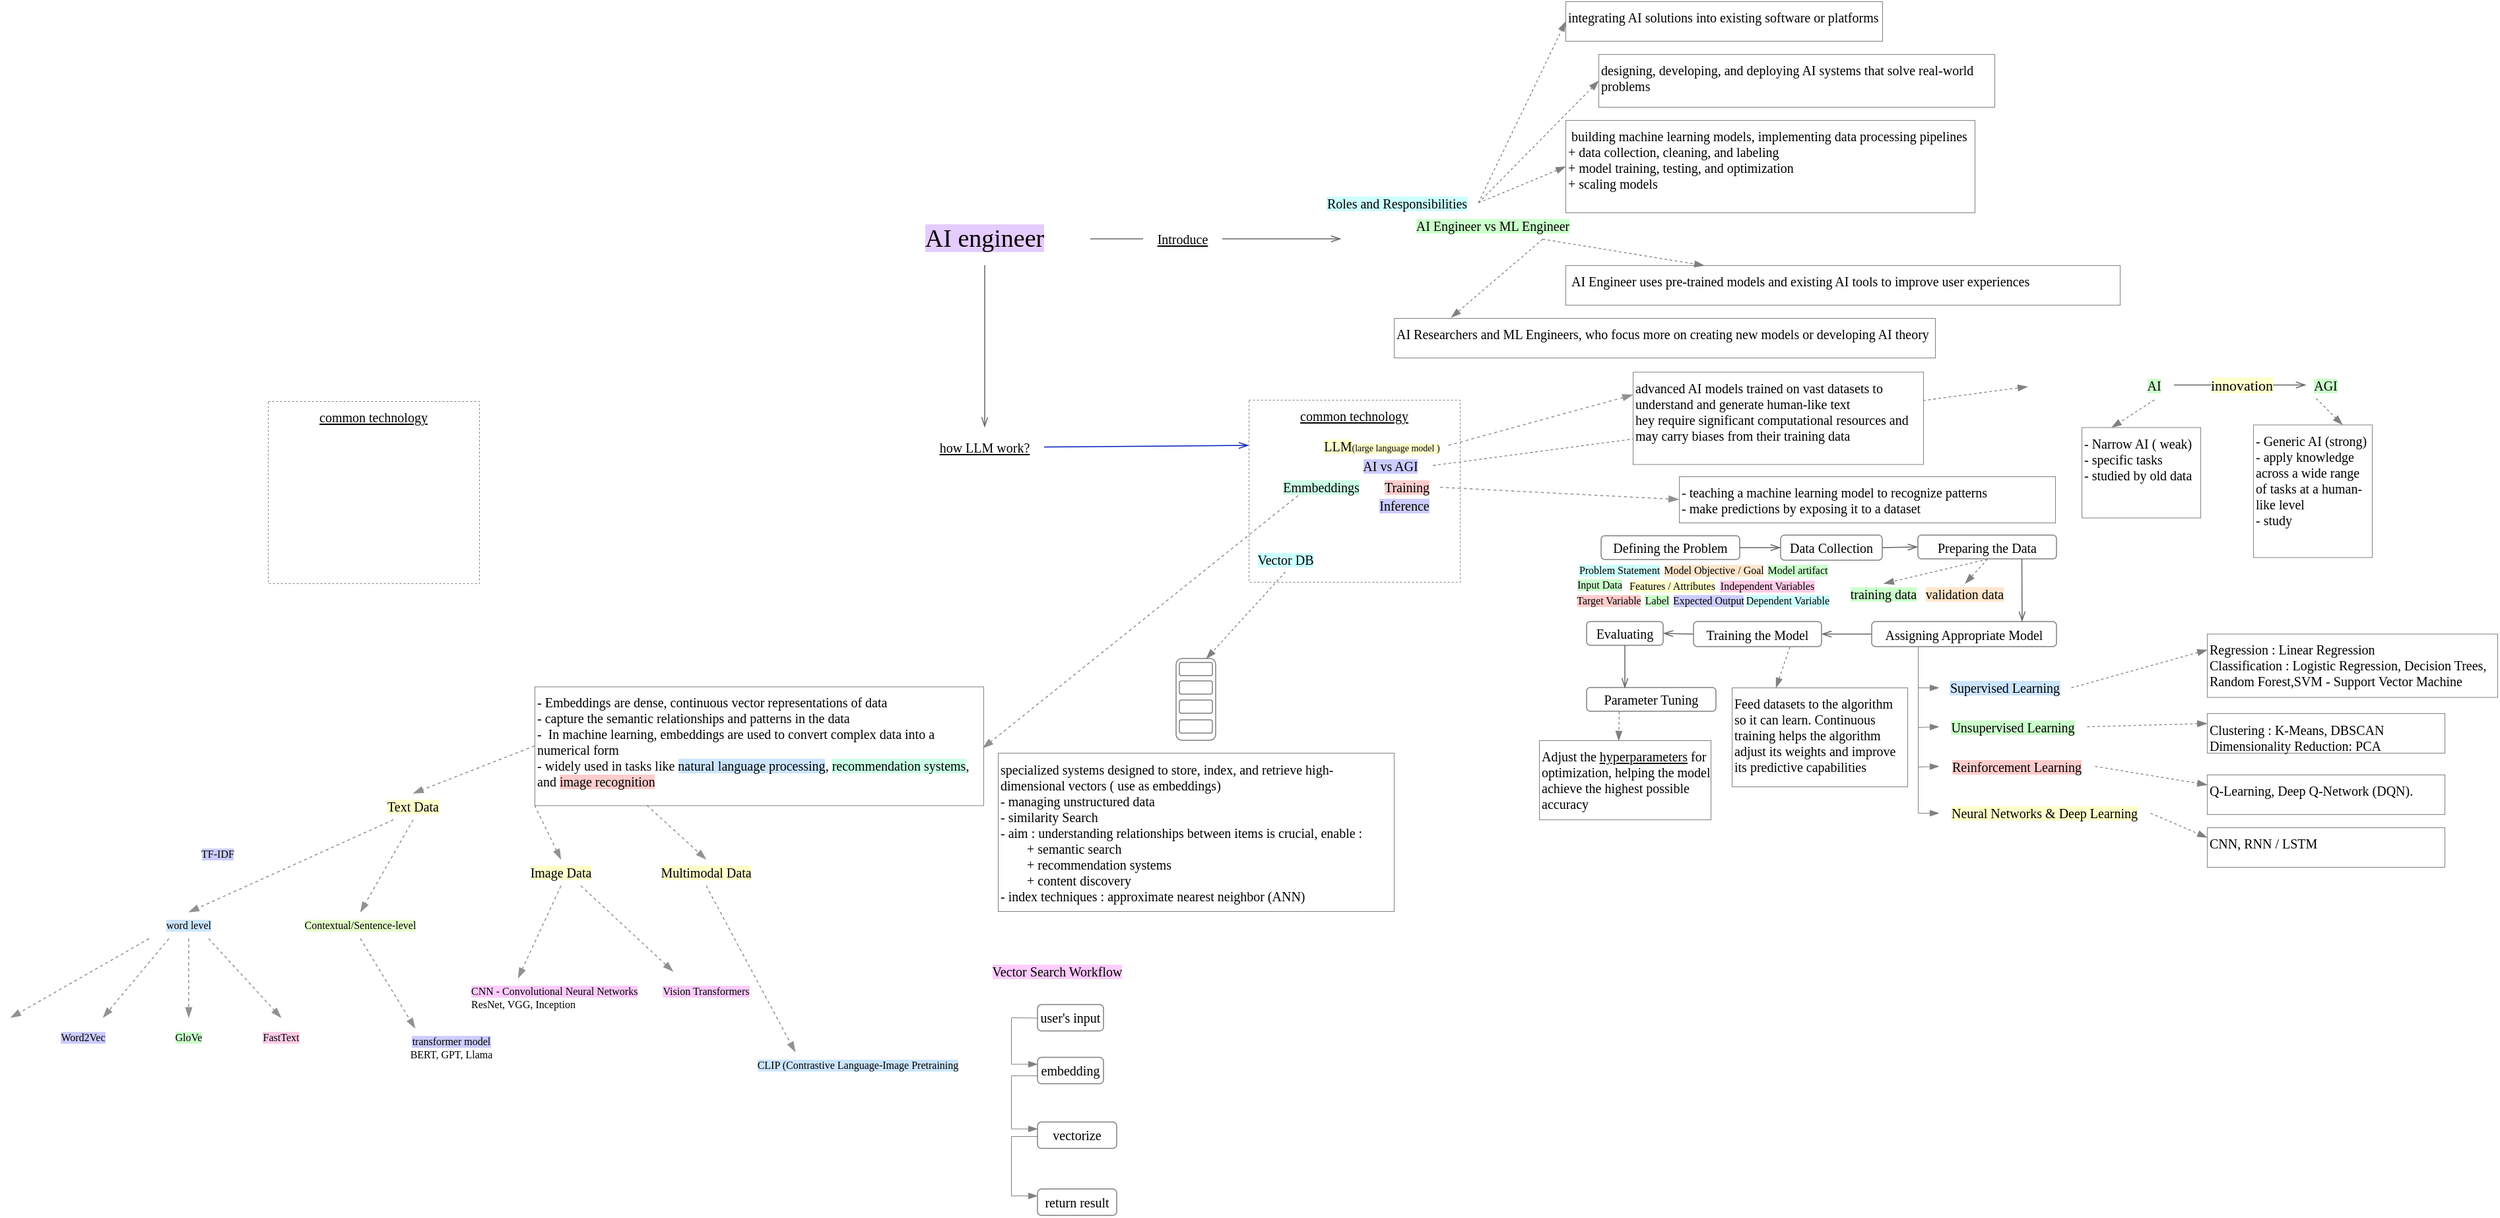
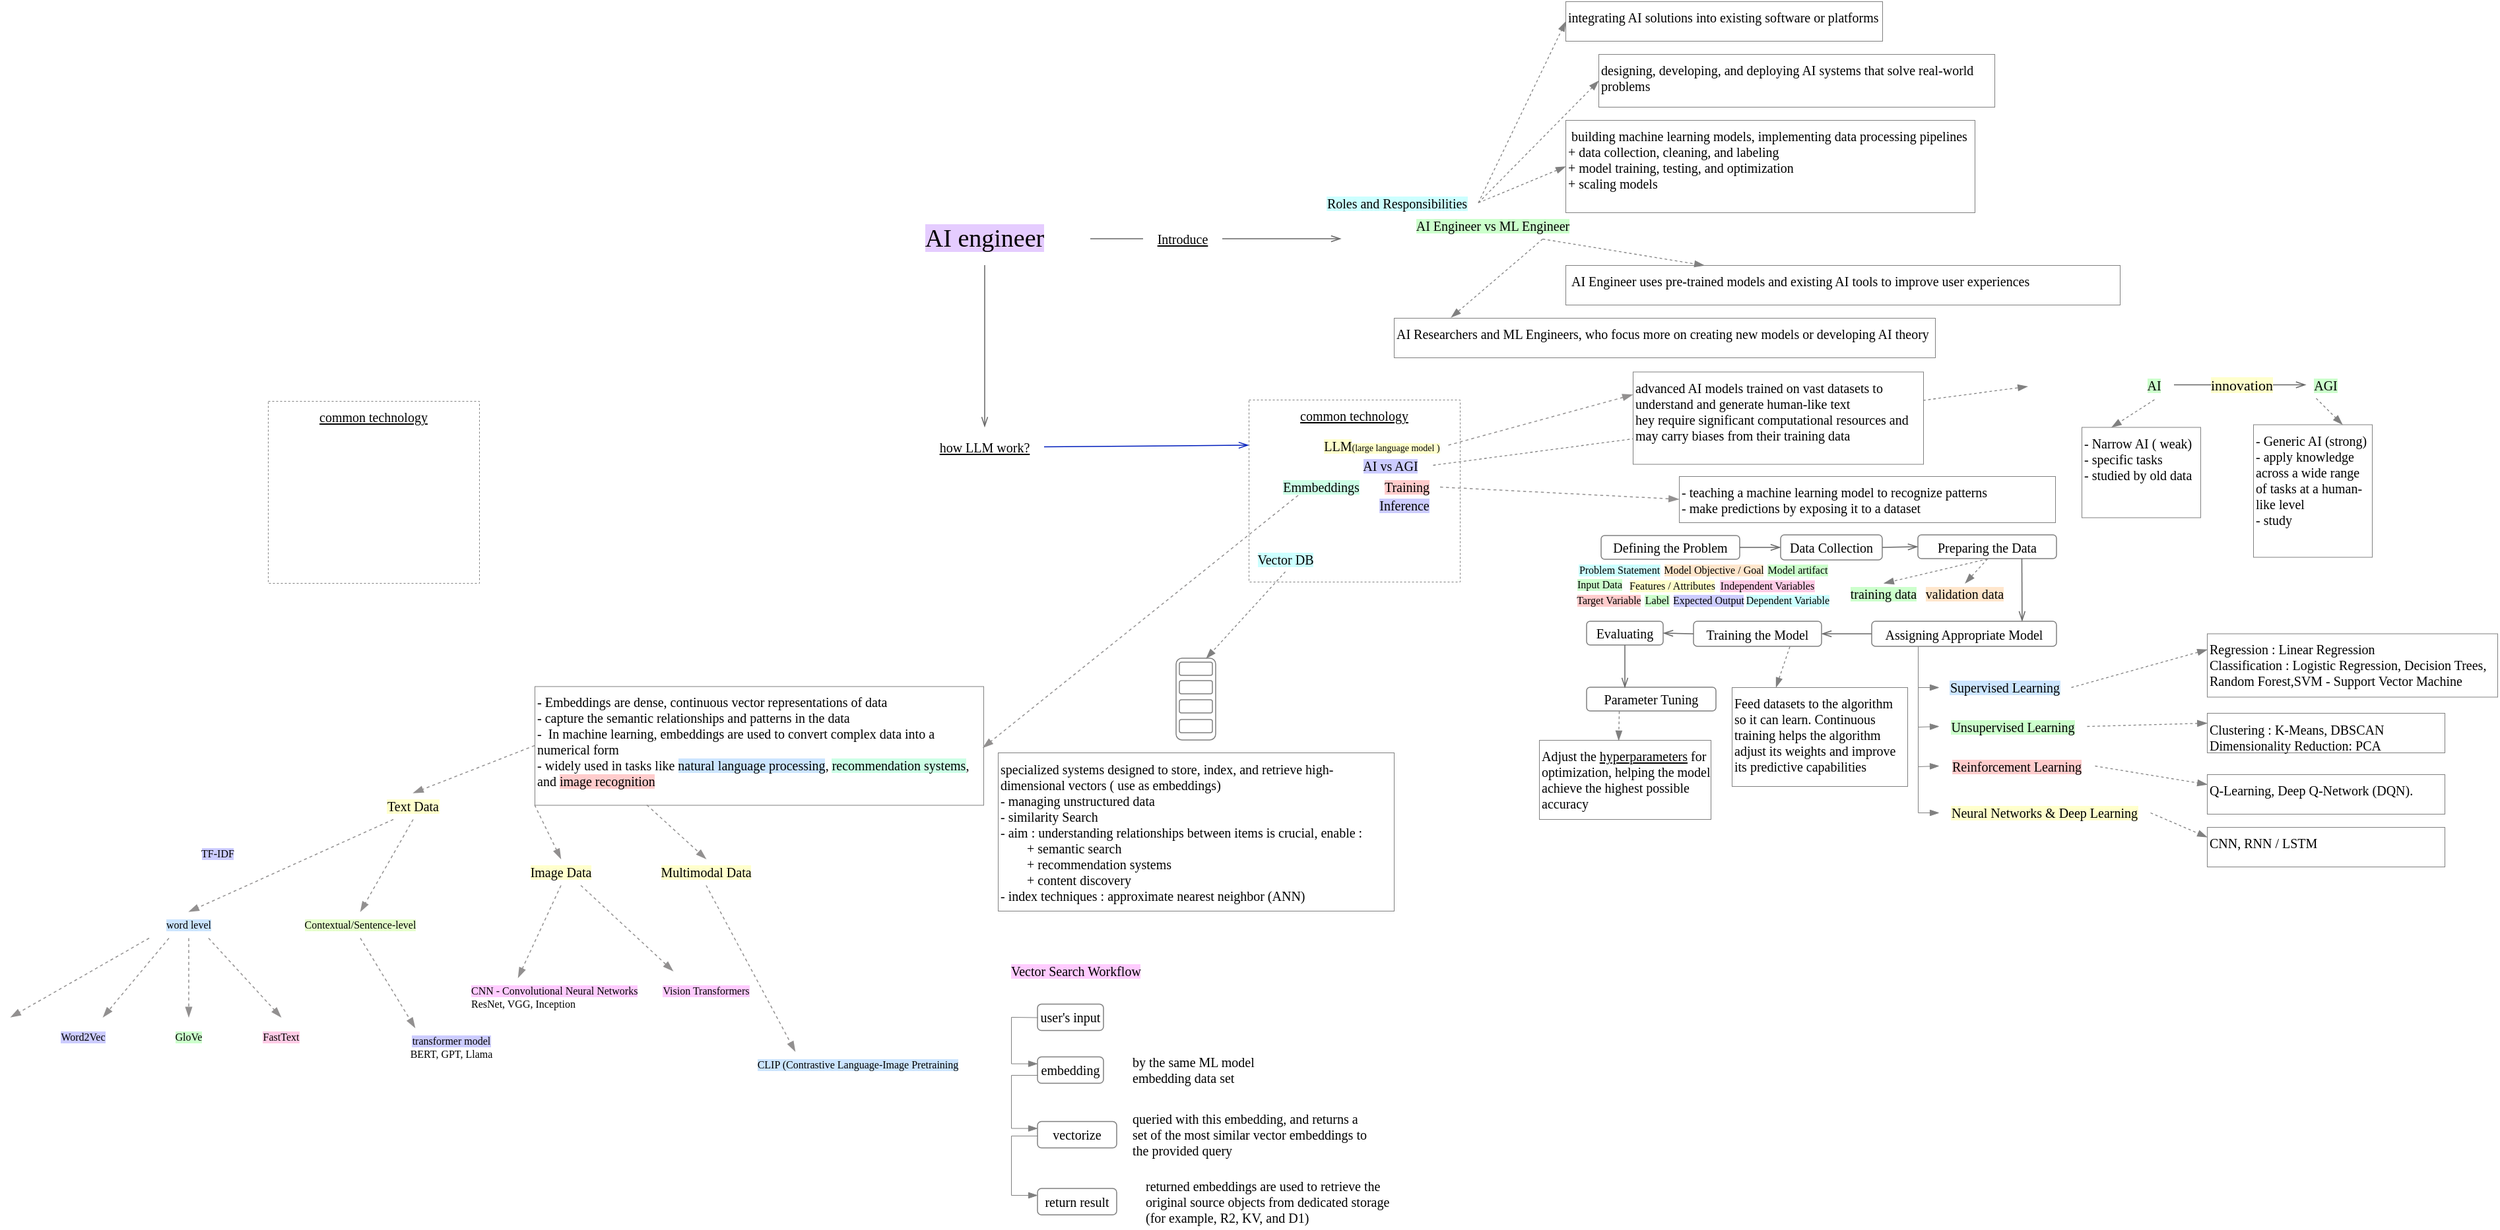
<mxfile host="app.diagrams.net" agent="Mozilla/5.0 (Macintosh; Intel Mac OS X 10_15_7) AppleWebKit/537.36 (KHTML, like Gecko) draw.io/29.3.0 Chrome/140.0.7339.249 Electron/38.7.2 Safari/537.36">
  <diagram name="Page-1" id="n3nyEJ4kgbD7jWuKOy95">
-     <mxGraphModel dx="1247" dy="188" grid="1" gridSize="10" guides="1" tooltips="1" connect="1" arrows="1" fold="1" page="1" pageScale="1" pageWidth="827" pageHeight="1169" math="0" shadow="0">
+     <mxGraphModel dx="1697" dy="390" grid="1" gridSize="10" guides="1" tooltips="1" connect="1" arrows="1" fold="1" page="1" pageScale="1" pageWidth="827" pageHeight="1169" math="0" shadow="0">
      <root>
        <mxCell id="0" />
        <mxCell id="1" parent="0" />
        <mxCell id="48Jv2C9wjBzbgeSbcpPr-1" parent="1" style="text;html=1;whiteSpace=wrap;strokeColor=none;fillColor=none;align=center;verticalAlign=middle;rounded=0;fontFamily=Comic Sans MS;fontSize=19;" value="&lt;span style=&quot;background-color: rgb(229, 204, 255);&quot;&gt;AI engineer&lt;/span&gt;" vertex="1">
          <mxGeometry height="40" width="160" x="400" y="360" as="geometry" />
        </mxCell>
        <mxCell id="48Jv2C9wjBzbgeSbcpPr-3" parent="1" style="text;html=1;whiteSpace=wrap;strokeColor=none;fillColor=none;align=center;verticalAlign=middle;rounded=0;fontFamily=Comic Sans MS;fontSize=10;fontStyle=4" value="how LLM work?" vertex="1">
          <mxGeometry height="30" width="90" x="435" y="522.75" as="geometry" />
        </mxCell>
        <mxCell id="48Jv2C9wjBzbgeSbcpPr-6" edge="1" parent="1" source="48Jv2C9wjBzbgeSbcpPr-1" style="endArrow=openThin;html=1;rounded=0;strokeWidth=0.75;endFill=0;strokeColor=#666666;exitX=0.5;exitY=1;exitDx=0;exitDy=0;entryX=0.5;entryY=0;entryDx=0;entryDy=0;fontFamily=Comic Sans MS;" target="48Jv2C9wjBzbgeSbcpPr-3" value="">
          <mxGeometry height="50" relative="1" width="50" as="geometry">
            <mxPoint x="390" y="450" as="sourcePoint" />
            <mxPoint x="440" y="400" as="targetPoint" />
          </mxGeometry>
        </mxCell>
        <mxCell id="48Jv2C9wjBzbgeSbcpPr-8" parent="1" style="text;html=1;whiteSpace=wrap;strokeColor=none;fillColor=none;align=center;verticalAlign=middle;rounded=0;fontFamily=Comic Sans MS;fontSize=10;fontStyle=4" value="Introduce" vertex="1">
          <mxGeometry height="30" width="60" x="600" y="365" as="geometry" />
        </mxCell>
        <mxCell id="48Jv2C9wjBzbgeSbcpPr-9" edge="1" parent="1" source="48Jv2C9wjBzbgeSbcpPr-1" style="endArrow=none;html=1;rounded=0;strokeWidth=0.75;endFill=0;strokeColor=#666666;entryX=0;entryY=0.5;entryDx=0;entryDy=0;exitX=1;exitY=0.5;exitDx=0;exitDy=0;fontFamily=Comic Sans MS;" target="48Jv2C9wjBzbgeSbcpPr-8" value="">
          <mxGeometry height="50" relative="1" width="50" as="geometry">
            <mxPoint x="390" y="450" as="sourcePoint" />
            <mxPoint x="440" y="400" as="targetPoint" />
          </mxGeometry>
        </mxCell>
        <mxCell id="48Jv2C9wjBzbgeSbcpPr-11" edge="1" parent="1" source="48Jv2C9wjBzbgeSbcpPr-8" style="endArrow=openThin;html=1;rounded=0;strokeWidth=0.75;endFill=0;strokeColor=#666666;exitX=1;exitY=0.5;exitDx=0;exitDy=0;fontFamily=Comic Sans MS;" value="">
          <mxGeometry height="50" relative="1" width="50" as="geometry">
            <mxPoint x="590" y="450" as="sourcePoint" />
            <mxPoint x="750" y="380" as="targetPoint" />
          </mxGeometry>
        </mxCell>
        <mxCell id="48Jv2C9wjBzbgeSbcpPr-13" parent="1" style="text;html=1;whiteSpace=wrap;strokeColor=none;fillColor=none;align=center;verticalAlign=middle;rounded=0;fontFamily=Comic Sans MS;fontSize=10;" value="&lt;div&gt;&lt;span style=&quot;background-color: rgb(204, 255, 255);&quot;&gt;Roles and Responsibilities&lt;/span&gt;&lt;/div&gt;" vertex="1">
          <mxGeometry height="15" width="122.5" x="731.25" y="345" as="geometry" />
        </mxCell>
        <mxCell id="48Jv2C9wjBzbgeSbcpPr-14" parent="1" style="rounded=0;whiteSpace=wrap;html=1;fontFamily=Comic Sans MS;strokeWidth=0.5;strokeColor=#808080;align=left;verticalAlign=top;fontSize=10;" value="designing, developing, and deploying AI systems that solve real-world problems" vertex="1">
          <mxGeometry height="40" width="300" x="945" y="240" as="geometry" />
        </mxCell>
        <mxCell id="48Jv2C9wjBzbgeSbcpPr-15" parent="1" style="rounded=0;whiteSpace=wrap;html=1;fontFamily=Comic Sans MS;strokeWidth=0.5;strokeColor=#808080;align=left;verticalAlign=top;fontSize=10;" value="&amp;nbsp;building machine learning models, implementing data processing pipelines&lt;div&gt;+&amp;nbsp;data collection, cleaning, and labeling&lt;/div&gt;&lt;div&gt;+&amp;nbsp;model training, testing, and optimization&lt;/div&gt;&lt;div&gt;+&amp;nbsp;scaling models&lt;/div&gt;" vertex="1">
          <mxGeometry height="70" width="310" x="920" y="290" as="geometry" />
        </mxCell>
        <mxCell id="48Jv2C9wjBzbgeSbcpPr-16" parent="1" style="rounded=0;whiteSpace=wrap;html=1;fontFamily=Comic Sans MS;strokeWidth=0.5;strokeColor=#808080;align=left;verticalAlign=top;fontSize=10;" value="integrating AI solutions into existing software or platforms" vertex="1">
          <mxGeometry height="30" width="240" x="920" y="200" as="geometry" />
        </mxCell>
        <mxCell id="48Jv2C9wjBzbgeSbcpPr-17" edge="1" parent="1" source="48Jv2C9wjBzbgeSbcpPr-13" style="endArrow=blockThin;html=1;rounded=0;strokeColor=#808080;endFill=1;strokeWidth=0.65;exitX=1;exitY=0.5;exitDx=0;exitDy=0;entryX=0;entryY=0.5;entryDx=0;entryDy=0;dashed=1;fontFamily=Comic Sans MS;" target="48Jv2C9wjBzbgeSbcpPr-15" value="">
          <mxGeometry height="50" relative="1" width="50" as="geometry">
            <mxPoint x="945" y="330" as="sourcePoint" />
            <mxPoint x="920" y="290" as="targetPoint" />
          </mxGeometry>
        </mxCell>
        <mxCell id="48Jv2C9wjBzbgeSbcpPr-18" edge="1" parent="1" source="48Jv2C9wjBzbgeSbcpPr-13" style="endArrow=blockThin;html=1;rounded=0;strokeColor=#808080;endFill=1;strokeWidth=0.65;exitX=1;exitY=0.5;exitDx=0;exitDy=0;entryX=0;entryY=0.5;entryDx=0;entryDy=0;dashed=1;fontFamily=Comic Sans MS;" target="48Jv2C9wjBzbgeSbcpPr-14" value="">
          <mxGeometry height="50" relative="1" width="50" as="geometry">
            <mxPoint x="945" y="330" as="sourcePoint" />
            <mxPoint x="920" y="290" as="targetPoint" />
          </mxGeometry>
        </mxCell>
        <mxCell id="48Jv2C9wjBzbgeSbcpPr-19" edge="1" parent="1" source="48Jv2C9wjBzbgeSbcpPr-13" style="endArrow=blockThin;html=1;rounded=0;strokeColor=#808080;endFill=1;strokeWidth=0.65;exitX=1;exitY=0.5;exitDx=0;exitDy=0;entryX=0;entryY=0.5;entryDx=0;entryDy=0;dashed=1;fontFamily=Comic Sans MS;" target="48Jv2C9wjBzbgeSbcpPr-16" value="">
          <mxGeometry height="50" relative="1" width="50" as="geometry">
            <mxPoint x="945" y="330" as="sourcePoint" />
            <mxPoint x="920" y="290" as="targetPoint" />
          </mxGeometry>
        </mxCell>
        <mxCell id="48Jv2C9wjBzbgeSbcpPr-20" parent="1" style="text;html=1;whiteSpace=wrap;strokeColor=none;fillColor=none;align=center;verticalAlign=middle;rounded=0;fontFamily=Comic Sans MS;fontSize=10;" value="&lt;span style=&quot;background-color: rgb(204, 255, 204);&quot;&gt;AI Engineer vs ML Engineer&lt;/span&gt;" vertex="1">
          <mxGeometry height="20" width="150" x="790" y="360" as="geometry" />
        </mxCell>
        <mxCell id="48Jv2C9wjBzbgeSbcpPr-21" parent="1" style="rounded=0;whiteSpace=wrap;html=1;fontFamily=Comic Sans MS;strokeWidth=0.5;strokeColor=#808080;align=left;verticalAlign=top;fontSize=10;" value="&amp;nbsp;AI Engineer uses pre-trained models and existing AI tools to improve user experiences" vertex="1">
          <mxGeometry height="30" width="420" x="920" y="400" as="geometry" />
        </mxCell>
        <mxCell id="48Jv2C9wjBzbgeSbcpPr-22" parent="1" style="rounded=0;whiteSpace=wrap;html=1;fontFamily=Comic Sans MS;strokeWidth=0.5;strokeColor=#808080;align=left;verticalAlign=top;fontSize=10;" value="AI Researchers and ML Engineers, who focus more on creating new models or developing AI theory" vertex="1">
          <mxGeometry height="30" width="410" x="790" y="440" as="geometry" />
        </mxCell>
        <mxCell id="48Jv2C9wjBzbgeSbcpPr-23" edge="1" parent="1" source="48Jv2C9wjBzbgeSbcpPr-20" style="endArrow=blockThin;html=1;rounded=0;strokeColor=#808080;endFill=1;strokeWidth=0.65;exitX=0.75;exitY=1;exitDx=0;exitDy=0;entryX=0.25;entryY=0;entryDx=0;entryDy=0;dashed=1;fontFamily=Comic Sans MS;" target="48Jv2C9wjBzbgeSbcpPr-21" value="">
          <mxGeometry height="50" relative="1" width="50" as="geometry">
            <mxPoint x="705" y="330" as="sourcePoint" />
            <mxPoint x="680" y="290" as="targetPoint" />
          </mxGeometry>
        </mxCell>
        <mxCell id="48Jv2C9wjBzbgeSbcpPr-24" edge="1" parent="1" source="48Jv2C9wjBzbgeSbcpPr-20" style="endArrow=blockThin;html=1;rounded=0;strokeColor=#808080;endFill=1;strokeWidth=0.65;exitX=0.75;exitY=1;exitDx=0;exitDy=0;entryX=0.105;entryY=-0.017;entryDx=0;entryDy=0;dashed=1;entryPerimeter=0;fontFamily=Comic Sans MS;" target="48Jv2C9wjBzbgeSbcpPr-22" value="">
          <mxGeometry height="50" relative="1" width="50" as="geometry">
            <mxPoint x="705" y="330" as="sourcePoint" />
            <mxPoint x="680" y="290" as="targetPoint" />
          </mxGeometry>
        </mxCell>
        <mxCell id="48Jv2C9wjBzbgeSbcpPr-25" parent="1" style="rounded=0;whiteSpace=wrap;html=1;fontFamily=Comic Sans MS;strokeWidth=0.5;strokeColor=#808080;align=center;verticalAlign=top;fontSize=10;dashed=1;" value="&lt;u&gt;common technology&lt;/u&gt;&lt;div&gt;&lt;br&gt;&lt;/div&gt;" vertex="1">
          <mxGeometry height="138" width="160" x="680" y="502" as="geometry" />
        </mxCell>
        <mxCell id="48Jv2C9wjBzbgeSbcpPr-27" parent="1" style="text;html=1;whiteSpace=wrap;strokeColor=none;fillColor=none;align=center;verticalAlign=middle;rounded=0;fontFamily=Comic Sans MS;fontSize=10;" value="&lt;span&gt;&lt;span style=&quot;background-color: light-dark(rgb(204, 204, 255), rgb(0, 43, 0));&quot;&gt;AI vs AGI&lt;/span&gt;&lt;br&gt;&lt;/span&gt;" vertex="1">
          <mxGeometry height="10" width="65" x="754.5" y="546.5" as="geometry" />
        </mxCell>
        <mxCell id="48Jv2C9wjBzbgeSbcpPr-28" edge="1" parent="1" source="48Jv2C9wjBzbgeSbcpPr-3" style="endArrow=openThin;html=1;rounded=0;strokeWidth=0.75;endFill=0;strokeColor=#001DBC;exitX=1;exitY=0.5;exitDx=0;exitDy=0;entryX=0;entryY=0.25;entryDx=0;entryDy=0;fontFamily=Comic Sans MS;fillColor=#0050ef;" target="48Jv2C9wjBzbgeSbcpPr-25" value="">
          <mxGeometry height="50" relative="1" width="50" as="geometry">
            <mxPoint x="670" y="630" as="sourcePoint" />
            <mxPoint x="720" y="580" as="targetPoint" />
          </mxGeometry>
        </mxCell>
        <mxCell id="48Jv2C9wjBzbgeSbcpPr-31" edge="1" parent="1" source="48Jv2C9wjBzbgeSbcpPr-27" style="endArrow=blockThin;html=1;rounded=0;strokeColor=#808080;endFill=1;strokeWidth=0.65;exitX=1;exitY=0.5;exitDx=0;exitDy=0;dashed=1;fontFamily=Comic Sans MS;entryX=0;entryY=0.5;entryDx=0;entryDy=0;" value="">
          <mxGeometry height="50" relative="1" width="50" as="geometry">
            <mxPoint x="810" y="536" as="sourcePoint" />
            <mxPoint x="1270" y="491.7500000000001" as="targetPoint" />
          </mxGeometry>
        </mxCell>
        <mxCell id="48Jv2C9wjBzbgeSbcpPr-32" parent="1" style="text;html=1;whiteSpace=wrap;strokeColor=none;fillColor=none;align=center;verticalAlign=middle;rounded=0;fontFamily=Comic Sans MS;fontSize=10;" value="&lt;span style=&quot;background-color: rgb(204, 255, 204);&quot;&gt;&lt;span style=&quot;background-color: light-dark(rgb(204, 255, 204), rgb(0, 43, 0));&quot;&gt;AI&lt;/span&gt;&lt;br&gt;&lt;/span&gt;" vertex="1">
          <mxGeometry height="22" width="30" x="1351" y="479.75" as="geometry" />
        </mxCell>
        <mxCell id="48Jv2C9wjBzbgeSbcpPr-34" parent="1" style="text;html=1;whiteSpace=wrap;strokeColor=none;fillColor=none;align=center;verticalAlign=middle;rounded=0;fontFamily=Comic Sans MS;fontSize=10;" value="&lt;span style=&quot;background-color: rgb(204, 255, 204);&quot;&gt;AGI&lt;/span&gt;" vertex="1">
          <mxGeometry height="20" width="30" x="1481" y="480.75" as="geometry" />
        </mxCell>
        <mxCell id="48Jv2C9wjBzbgeSbcpPr-35" edge="1" parent="1" source="48Jv2C9wjBzbgeSbcpPr-32" style="endArrow=openThin;html=1;rounded=0;strokeWidth=0.75;endFill=0;strokeColor=#666666;exitX=1;exitY=0.5;exitDx=0;exitDy=0;fontFamily=Comic Sans MS;" target="48Jv2C9wjBzbgeSbcpPr-34" value="">
          <mxGeometry height="50" relative="1" width="50" as="geometry">
            <mxPoint x="1391" y="612.75" as="sourcePoint" />
            <mxPoint x="1441" y="562.75" as="targetPoint" />
          </mxGeometry>
        </mxCell>
        <mxCell id="48Jv2C9wjBzbgeSbcpPr-36" connectable="0" parent="48Jv2C9wjBzbgeSbcpPr-35" style="edgeLabel;html=1;align=center;verticalAlign=middle;resizable=0;points=[];fontFamily=Comic Sans MS;" value="&lt;span style=&quot;background-color: rgb(255, 255, 204);&quot;&gt;innovation&lt;/span&gt;" vertex="1">
          <mxGeometry relative="1" x="-0.312" as="geometry">
            <mxPoint x="16" as="offset" />
          </mxGeometry>
        </mxCell>
        <mxCell id="48Jv2C9wjBzbgeSbcpPr-37" parent="1" style="rounded=0;whiteSpace=wrap;html=1;fontFamily=Comic Sans MS;strokeWidth=0.5;strokeColor=#808080;align=left;verticalAlign=top;fontSize=10;" value="- Narrow AI ( weak)&lt;div&gt;-&amp;nbsp;specific tasks&lt;/div&gt;&lt;div&gt;- studied by old data&lt;/div&gt;" vertex="1">
          <mxGeometry height="68.5" width="90" x="1311" y="522.75" as="geometry" />
        </mxCell>
        <mxCell id="48Jv2C9wjBzbgeSbcpPr-38" parent="1" style="rounded=0;whiteSpace=wrap;html=1;fontFamily=Comic Sans MS;strokeWidth=0.5;strokeColor=#808080;align=left;verticalAlign=top;fontSize=10;" value="- Generic AI (strong)&lt;div&gt;-&amp;nbsp;apply knowledge across a wide range of tasks at a human-like level&lt;/div&gt;&lt;div&gt;- study&amp;nbsp;&lt;/div&gt;" vertex="1">
          <mxGeometry height="100.5" width="90" x="1441" y="520.75" as="geometry" />
        </mxCell>
        <mxCell id="48Jv2C9wjBzbgeSbcpPr-39" edge="1" parent="1" source="48Jv2C9wjBzbgeSbcpPr-34" style="endArrow=blockThin;html=1;rounded=0;strokeColor=#808080;endFill=1;strokeWidth=0.65;exitX=0.25;exitY=1;exitDx=0;exitDy=0;entryX=0.75;entryY=0;entryDx=0;entryDy=0;dashed=1;" target="48Jv2C9wjBzbgeSbcpPr-38" value="">
          <mxGeometry height="50" relative="1" width="50" as="geometry">
            <mxPoint x="1456" y="580.75" as="sourcePoint" />
            <mxPoint x="1431" y="540.75" as="targetPoint" />
          </mxGeometry>
        </mxCell>
        <mxCell id="48Jv2C9wjBzbgeSbcpPr-41" edge="1" parent="1" source="48Jv2C9wjBzbgeSbcpPr-32" style="endArrow=blockThin;html=1;rounded=0;strokeColor=#808080;endFill=1;strokeWidth=0.65;exitX=0.5;exitY=1;exitDx=0;exitDy=0;entryX=0.25;entryY=0;entryDx=0;entryDy=0;dashed=1;" target="48Jv2C9wjBzbgeSbcpPr-37" value="">
          <mxGeometry height="50" relative="1" width="50" as="geometry">
            <mxPoint x="1456" y="582.75" as="sourcePoint" />
            <mxPoint x="1431" y="542.75" as="targetPoint" />
          </mxGeometry>
        </mxCell>
        <mxCell id="4Kx2ZGOmUHy-jwn0eLsE-1" parent="1" style="text;html=1;whiteSpace=wrap;strokeColor=none;fillColor=none;align=center;verticalAlign=middle;rounded=0;" value="&lt;font face=&quot;Comic Sans MS&quot; style=&quot;background-color: rgb(255, 255, 204); font-size: 10px;&quot;&gt;LLM&lt;/font&gt;&lt;span style=&quot;background-color: rgb(255, 255, 204); font-size: 7px; font-family: &amp;quot;Comic Sans MS&amp;quot;; color: light-dark(rgb(0, 0, 0), rgb(255, 255, 255));&quot;&gt;(large language model )&lt;/span&gt;" vertex="1">
          <mxGeometry height="20" width="100" x="731.25" y="526.5" as="geometry" />
        </mxCell>
        <mxCell id="4Kx2ZGOmUHy-jwn0eLsE-2" parent="1" style="rounded=0;whiteSpace=wrap;html=1;align=left;verticalAlign=top;fontFamily=Comic Sans MS;strokeWidth=0.5;fontSize=10;strokeColor=#808080;" value="&lt;div&gt;&lt;div&gt;&lt;span style=&quot;background-color: transparent;&quot;&gt;advanced AI models trained on vast datasets to understand and generate human-like text&lt;/span&gt;&lt;/div&gt;&lt;/div&gt;&lt;div&gt;&lt;span style=&quot;background-color: transparent;&quot;&gt;hey require significant computational resources and may carry biases from their training data&lt;/span&gt;&lt;/div&gt;" vertex="1">
          <mxGeometry height="70" width="220" x="971" y="480.75" as="geometry" />
        </mxCell>
        <mxCell id="4Kx2ZGOmUHy-jwn0eLsE-3" edge="1" parent="1" source="4Kx2ZGOmUHy-jwn0eLsE-1" style="endArrow=blockThin;html=1;rounded=0;endFill=1;strokeColor=light-dark(#929090, #ededed);strokeWidth=0.75;dashed=1;exitX=1;exitY=0.5;exitDx=0;exitDy=0;entryX=0;entryY=0.25;entryDx=0;entryDy=0;" target="4Kx2ZGOmUHy-jwn0eLsE-2" value="">
          <mxGeometry height="50" relative="1" width="50" as="geometry">
            <mxPoint x="710" y="550" as="sourcePoint" />
            <mxPoint x="760" y="500" as="targetPoint" />
          </mxGeometry>
        </mxCell>
        <mxCell id="4Kx2ZGOmUHy-jwn0eLsE-4" parent="1" style="text;html=1;whiteSpace=wrap;strokeColor=none;fillColor=none;align=center;verticalAlign=middle;rounded=0;fontFamily=Comic Sans MS;fontSize=10;" value="&lt;span&gt;&lt;span style=&quot;background-color: light-dark(rgb(204, 255, 230), rgb(0, 43, 0));&quot;&gt;Emmbeddings&lt;/span&gt;&lt;br&gt;&lt;/span&gt;" vertex="1">
          <mxGeometry height="14" width="70" x="700" y="560.5" as="geometry" />
        </mxCell>
        <mxCell id="4Kx2ZGOmUHy-jwn0eLsE-5" parent="1" style="rounded=0;whiteSpace=wrap;html=1;align=left;verticalAlign=top;fontFamily=Comic Sans MS;strokeWidth=0.5;fontSize=10;strokeColor=#808080;" value="&lt;div&gt;&lt;div&gt;&lt;span style=&quot;background-color: transparent;&quot;&gt;- Embeddings are dense, continuous vector representations of data&lt;/span&gt;&lt;/div&gt;&lt;/div&gt;&lt;div&gt;&lt;span style=&quot;background-color: transparent;&quot;&gt;-&amp;nbsp;&lt;/span&gt;&lt;span style=&quot;background-color: transparent;&quot;&gt;capture the semantic relationships and patterns in the data&lt;/span&gt;&lt;/div&gt;&lt;div&gt;&lt;span style=&quot;background-color: transparent;&quot;&gt;-&amp;nbsp;&lt;/span&gt;&lt;span style=&quot;background-color: transparent;&quot;&gt;&amp;nbsp;In machine learning, embeddings are used to convert complex data into a numerical form&lt;/span&gt;&lt;/div&gt;&lt;div&gt;&lt;span style=&quot;background-color: transparent;&quot;&gt;-&amp;nbsp;&lt;/span&gt;&lt;span style=&quot;background-color: transparent;&quot;&gt;widely used in tasks like &lt;/span&gt;&lt;span style=&quot;background-color: rgb(204, 229, 255);&quot;&gt;natural language processing&lt;/span&gt;&lt;span style=&quot;background-color: transparent;&quot;&gt;, &lt;/span&gt;&lt;span style=&quot;background-color: rgb(204, 255, 230);&quot;&gt;recommendation systems&lt;/span&gt;&lt;span style=&quot;background-color: transparent;&quot;&gt;, and &lt;/span&gt;&lt;span style=&quot;background-color: rgb(255, 204, 204);&quot;&gt;image recognition&lt;/span&gt;&lt;/div&gt;" vertex="1">
          <mxGeometry height="90" width="340" x="139" y="719.25" as="geometry" />
        </mxCell>
        <mxCell id="4Kx2ZGOmUHy-jwn0eLsE-6" parent="1" style="text;html=1;whiteSpace=wrap;strokeColor=none;fillColor=none;align=center;verticalAlign=middle;rounded=0;fontSize=10;" value="&lt;font face=&quot;Comic Sans MS&quot; style=&quot;background-color: rgb(255, 204, 204);&quot;&gt;Training&lt;/font&gt;" vertex="1">
          <mxGeometry height="13.5" width="50" x="775" y="561.5" as="geometry" />
        </mxCell>
        <mxCell id="4Kx2ZGOmUHy-jwn0eLsE-7" edge="1" parent="1" source="4Kx2ZGOmUHy-jwn0eLsE-4" style="endArrow=blockThin;html=1;rounded=0;endFill=1;strokeColor=light-dark(#929090, #ededed);strokeWidth=0.75;dashed=1;exitX=0.25;exitY=1;exitDx=0;exitDy=0;entryX=0.999;entryY=0.518;entryDx=0;entryDy=0;entryPerimeter=0;" target="4Kx2ZGOmUHy-jwn0eLsE-5" value="">
          <mxGeometry height="50" relative="1" width="50" as="geometry">
            <mxPoint x="620" y="640" as="sourcePoint" />
            <mxPoint x="670" y="590" as="targetPoint" />
          </mxGeometry>
        </mxCell>
        <mxCell id="4Kx2ZGOmUHy-jwn0eLsE-8" parent="1" style="rounded=0;whiteSpace=wrap;html=1;align=left;verticalAlign=top;fontFamily=Comic Sans MS;strokeWidth=0.5;fontSize=10;strokeColor=#808080;" value="&lt;div&gt;&lt;span style=&quot;background-color: transparent; color: light-dark(rgb(0, 0, 0), rgb(255, 255, 255));&quot;&gt;-&amp;nbsp;teaching a machine learning model to recognize patterns&lt;/span&gt;&lt;/div&gt;&lt;div&gt;-&amp;nbsp;make predictions by exposing it to a dataset&lt;/div&gt;" vertex="1">
          <mxGeometry height="35" width="285" x="1006" y="560" as="geometry" />
        </mxCell>
        <mxCell id="4Kx2ZGOmUHy-jwn0eLsE-10" edge="1" parent="1" source="4Kx2ZGOmUHy-jwn0eLsE-6" style="endArrow=blockThin;html=1;rounded=0;endFill=1;strokeColor=light-dark(#929090, #ededed);strokeWidth=0.75;dashed=1;exitX=1;exitY=0.5;exitDx=0;exitDy=0;entryX=0;entryY=0.5;entryDx=0;entryDy=0;" target="4Kx2ZGOmUHy-jwn0eLsE-8" value="">
          <mxGeometry height="50" relative="1" width="50" as="geometry">
            <mxPoint x="950" y="590" as="sourcePoint" />
            <mxPoint x="1000" y="540" as="targetPoint" />
          </mxGeometry>
        </mxCell>
        <mxCell id="4Kx2ZGOmUHy-jwn0eLsE-11" parent="1" style="text;html=1;whiteSpace=wrap;strokeColor=none;fillColor=none;align=center;verticalAlign=middle;rounded=0;fontSize=10;" value="&lt;font face=&quot;Comic Sans MS&quot; style=&quot;background-color: rgb(255, 255, 204);&quot;&gt;Text Data&lt;/font&gt;" vertex="1">
          <mxGeometry height="20" width="60" x="17" y="800.25" as="geometry" />
        </mxCell>
        <mxCell id="4Kx2ZGOmUHy-jwn0eLsE-12" parent="1" style="text;html=1;whiteSpace=wrap;strokeColor=none;fillColor=none;align=center;verticalAlign=middle;rounded=0;fontSize=10;" value="&lt;font face=&quot;Comic Sans MS&quot; style=&quot;background-color: rgb(255, 255, 204);&quot;&gt;Image Data&lt;/font&gt;" vertex="1">
          <mxGeometry height="20" width="60" x="129" y="850.25" as="geometry" />
        </mxCell>
        <mxCell id="4Kx2ZGOmUHy-jwn0eLsE-13" parent="1" style="text;html=1;whiteSpace=wrap;strokeColor=none;fillColor=none;align=center;verticalAlign=middle;rounded=0;fontSize=10;" value="&lt;font face=&quot;Comic Sans MS&quot; style=&quot;background-color: rgb(255, 255, 204);&quot;&gt;Multimodal&amp;nbsp;Data&lt;/font&gt;" vertex="1">
          <mxGeometry height="20" width="60" x="239" y="850.25" as="geometry" />
        </mxCell>
        <mxCell id="4Kx2ZGOmUHy-jwn0eLsE-14" edge="1" parent="1" source="4Kx2ZGOmUHy-jwn0eLsE-5" style="endArrow=blockThin;html=1;rounded=0;endFill=1;strokeColor=light-dark(#929090, #ededed);strokeWidth=0.75;dashed=1;entryX=0.5;entryY=0;entryDx=0;entryDy=0;exitX=0.25;exitY=1;exitDx=0;exitDy=0;" target="4Kx2ZGOmUHy-jwn0eLsE-13" value="">
          <mxGeometry height="50" relative="1" width="50" as="geometry">
            <mxPoint x="239" y="839.25" as="sourcePoint" />
            <mxPoint x="289" y="789.25" as="targetPoint" />
          </mxGeometry>
        </mxCell>
        <mxCell id="4Kx2ZGOmUHy-jwn0eLsE-15" edge="1" parent="1" source="4Kx2ZGOmUHy-jwn0eLsE-5" style="endArrow=blockThin;html=1;rounded=0;endFill=1;strokeColor=light-dark(#929090, #ededed);strokeWidth=0.75;dashed=1;entryX=0.5;entryY=0;entryDx=0;entryDy=0;exitX=0;exitY=1;exitDx=0;exitDy=0;" target="4Kx2ZGOmUHy-jwn0eLsE-12" value="">
          <mxGeometry height="50" relative="1" width="50" as="geometry">
            <mxPoint x="239" y="839.25" as="sourcePoint" />
            <mxPoint x="289" y="789.25" as="targetPoint" />
          </mxGeometry>
        </mxCell>
        <mxCell id="4Kx2ZGOmUHy-jwn0eLsE-16" edge="1" parent="1" source="4Kx2ZGOmUHy-jwn0eLsE-5" style="endArrow=blockThin;html=1;rounded=0;endFill=1;strokeColor=light-dark(#929090, #ededed);strokeWidth=0.75;dashed=1;entryX=0.5;entryY=0;entryDx=0;entryDy=0;exitX=0;exitY=0.5;exitDx=0;exitDy=0;" target="4Kx2ZGOmUHy-jwn0eLsE-11" value="">
          <mxGeometry height="50" relative="1" width="50" as="geometry">
            <mxPoint x="239" y="839.25" as="sourcePoint" />
            <mxPoint x="289" y="789.25" as="targetPoint" />
          </mxGeometry>
        </mxCell>
        <mxCell id="4Kx2ZGOmUHy-jwn0eLsE-17" parent="1" style="text;html=1;whiteSpace=wrap;strokeColor=none;fillColor=none;align=center;verticalAlign=middle;rounded=0;fontSize=8;" value="&lt;font face=&quot;Comic Sans MS&quot; style=&quot;background-color: rgb(204, 229, 255);&quot;&gt;word level&lt;/font&gt;" vertex="1">
          <mxGeometry height="20" width="60" x="-153" y="890.25" as="geometry" />
        </mxCell>
        <mxCell id="4Kx2ZGOmUHy-jwn0eLsE-18" parent="1" style="text;html=1;whiteSpace=wrap;strokeColor=none;fillColor=none;align=center;verticalAlign=middle;rounded=0;fontSize=8;fontStyle=0" value="&lt;font face=&quot;Comic Sans MS&quot; style=&quot;background-color: rgb(204, 204, 255);&quot;&gt;Word2Vec&lt;/font&gt;" vertex="1">
          <mxGeometry height="30" width="60" x="-233" y="970.2499999999995" as="geometry" />
        </mxCell>
        <mxCell id="4Kx2ZGOmUHy-jwn0eLsE-19" parent="1" style="text;html=1;whiteSpace=wrap;strokeColor=none;fillColor=none;align=center;verticalAlign=middle;rounded=0;fontSize=8;fontStyle=0" value="&lt;font face=&quot;Comic Sans MS&quot; style=&quot;background-color: rgb(204, 255, 204);&quot;&gt;GloVe&lt;/font&gt;" vertex="1">
          <mxGeometry height="30" width="60" x="-153" y="970.2499999999995" as="geometry" />
        </mxCell>
        <mxCell id="4Kx2ZGOmUHy-jwn0eLsE-20" parent="1" style="text;html=1;whiteSpace=wrap;strokeColor=none;fillColor=none;align=center;verticalAlign=middle;rounded=0;fontSize=8;fontStyle=0" value="&lt;font face=&quot;Comic Sans MS&quot; style=&quot;background-color: rgb(255, 204, 230);&quot;&gt;FastText&lt;/font&gt;" vertex="1">
          <mxGeometry height="30" width="60" x="-83" y="970.2499999999995" as="geometry" />
        </mxCell>
        <mxCell id="4Kx2ZGOmUHy-jwn0eLsE-21" edge="1" parent="1" source="4Kx2ZGOmUHy-jwn0eLsE-17" style="endArrow=blockThin;html=1;rounded=0;endFill=1;strokeColor=light-dark(#929090, #ededed);strokeWidth=0.75;dashed=1;exitX=0.75;exitY=1;exitDx=0;exitDy=0;entryX=0.5;entryY=0;entryDx=0;entryDy=0;fontSize=8;" target="4Kx2ZGOmUHy-jwn0eLsE-20" value="">
          <mxGeometry height="50" relative="1" width="50" as="geometry">
            <mxPoint x="-53" y="930.25" as="sourcePoint" />
            <mxPoint x="-3" y="880.25" as="targetPoint" />
          </mxGeometry>
        </mxCell>
        <mxCell id="4Kx2ZGOmUHy-jwn0eLsE-22" edge="1" parent="1" source="4Kx2ZGOmUHy-jwn0eLsE-17" style="endArrow=blockThin;html=1;rounded=0;endFill=1;strokeColor=light-dark(#929090, #ededed);strokeWidth=0.75;dashed=1;exitX=0.5;exitY=1;exitDx=0;exitDy=0;fontSize=8;" target="4Kx2ZGOmUHy-jwn0eLsE-19" value="">
          <mxGeometry height="50" relative="1" width="50" as="geometry">
            <mxPoint x="-83" y="930.25" as="sourcePoint" />
            <mxPoint x="-28" y="990.25" as="targetPoint" />
          </mxGeometry>
        </mxCell>
        <mxCell id="4Kx2ZGOmUHy-jwn0eLsE-23" edge="1" parent="1" source="4Kx2ZGOmUHy-jwn0eLsE-17" style="endArrow=blockThin;html=1;rounded=0;endFill=1;strokeColor=light-dark(#929090, #ededed);strokeWidth=0.75;dashed=1;exitX=0.25;exitY=1;exitDx=0;exitDy=0;entryX=0.75;entryY=0;entryDx=0;entryDy=0;fontSize=8;" target="4Kx2ZGOmUHy-jwn0eLsE-18" value="">
          <mxGeometry height="50" relative="1" width="50" as="geometry">
            <mxPoint x="-133" y="920.25" as="sourcePoint" />
            <mxPoint x="-133" y="980.25" as="targetPoint" />
          </mxGeometry>
        </mxCell>
        <mxCell id="4Kx2ZGOmUHy-jwn0eLsE-24" parent="1" style="text;html=1;whiteSpace=wrap;strokeColor=none;fillColor=none;align=center;verticalAlign=middle;rounded=0;fontSize=8;" value="&lt;font face=&quot;Comic Sans MS&quot; style=&quot;background-color: rgb(230, 255, 204);&quot;&gt;Contextual/Sentence-level&lt;/font&gt;" vertex="1">
          <mxGeometry height="20" width="140" x="-63" y="890.25" as="geometry" />
        </mxCell>
        <mxCell id="4Kx2ZGOmUHy-jwn0eLsE-25" parent="1" style="text;html=1;whiteSpace=wrap;strokeColor=none;fillColor=none;align=center;verticalAlign=middle;rounded=0;fontSize=8;" value="&lt;font face=&quot;Comic Sans MS&quot;&gt;&lt;span style=&quot;background-color: rgb(204, 204, 255);&quot;&gt;transformer model&lt;/span&gt;&lt;br&gt;&lt;font&gt;BERT, GPT, Llama&lt;/font&gt;&lt;/font&gt;" vertex="1">
          <mxGeometry height="30" width="110" x="21" y="978.25" as="geometry" />
        </mxCell>
        <mxCell id="4Kx2ZGOmUHy-jwn0eLsE-26" edge="1" parent="1" source="4Kx2ZGOmUHy-jwn0eLsE-24" style="endArrow=blockThin;html=1;rounded=0;endFill=1;strokeColor=light-dark(#929090, #ededed);strokeWidth=0.75;dashed=1;entryX=0.25;entryY=0;entryDx=0;entryDy=0;exitX=0.5;exitY=1;exitDx=0;exitDy=0;fontSize=8;" target="4Kx2ZGOmUHy-jwn0eLsE-25" value="">
          <mxGeometry height="50" relative="1" width="50" as="geometry">
            <mxPoint x="37" y="980.25" as="sourcePoint" />
            <mxPoint x="87" y="930.25" as="targetPoint" />
          </mxGeometry>
        </mxCell>
        <mxCell id="4Kx2ZGOmUHy-jwn0eLsE-27" edge="1" parent="1" source="4Kx2ZGOmUHy-jwn0eLsE-11" style="endArrow=blockThin;html=1;rounded=0;endFill=1;strokeColor=light-dark(#929090, #ededed);strokeWidth=0.75;dashed=1;exitX=0.25;exitY=1;exitDx=0;exitDy=0;entryX=0.5;entryY=0;entryDx=0;entryDy=0;" target="4Kx2ZGOmUHy-jwn0eLsE-17" value="">
          <mxGeometry height="50" relative="1" width="50" as="geometry">
            <mxPoint x="7" y="990.25" as="sourcePoint" />
            <mxPoint x="57" y="940.25" as="targetPoint" />
          </mxGeometry>
        </mxCell>
        <mxCell id="4Kx2ZGOmUHy-jwn0eLsE-28" edge="1" parent="1" source="4Kx2ZGOmUHy-jwn0eLsE-11" style="endArrow=blockThin;html=1;rounded=0;endFill=1;strokeColor=light-dark(#929090, #ededed);strokeWidth=0.75;dashed=1;entryX=0.5;entryY=0;entryDx=0;entryDy=0;exitX=0.5;exitY=1;exitDx=0;exitDy=0;" target="4Kx2ZGOmUHy-jwn0eLsE-24" value="">
          <mxGeometry height="50" relative="1" width="50" as="geometry">
            <mxPoint x="7" y="990.25" as="sourcePoint" />
            <mxPoint x="57" y="940.25" as="targetPoint" />
          </mxGeometry>
        </mxCell>
        <mxCell id="4Kx2ZGOmUHy-jwn0eLsE-29" parent="1" style="text;html=1;whiteSpace=wrap;strokeColor=none;fillColor=none;align=left;verticalAlign=middle;rounded=0;fontSize=8;" value="&lt;font face=&quot;Comic Sans MS&quot;&gt;&lt;span style=&quot;background-color: rgb(255, 204, 255);&quot;&gt;CNN - Convolutional Neural Networks&lt;/span&gt;&lt;br&gt;&lt;span&gt;ResNet, VGG, Inception&lt;/span&gt;&lt;/font&gt;" vertex="1">
          <mxGeometry height="30" width="150" x="89" y="940.25" as="geometry" />
        </mxCell>
        <mxCell id="4Kx2ZGOmUHy-jwn0eLsE-30" parent="1" style="text;html=1;whiteSpace=wrap;strokeColor=none;fillColor=none;align=center;verticalAlign=middle;rounded=0;fontSize=8;" value="&lt;font face=&quot;Comic Sans MS&quot; style=&quot;background-color: rgb(255, 204, 255);&quot;&gt;Vision Transformers&lt;/font&gt;" vertex="1">
          <mxGeometry height="30" width="100" x="219" y="935.25" as="geometry" />
        </mxCell>
        <mxCell id="4Kx2ZGOmUHy-jwn0eLsE-31" edge="1" parent="1" source="4Kx2ZGOmUHy-jwn0eLsE-12" style="endArrow=blockThin;html=1;rounded=0;endFill=1;strokeColor=light-dark(#929090, #ededed);strokeWidth=0.75;dashed=1;exitX=0.5;exitY=1;exitDx=0;exitDy=0;entryX=0.25;entryY=0;entryDx=0;entryDy=0;" target="4Kx2ZGOmUHy-jwn0eLsE-29" value="">
          <mxGeometry height="50" relative="1" width="50" as="geometry">
            <mxPoint x="79" y="1030.25" as="sourcePoint" />
            <mxPoint x="129" y="980.25" as="targetPoint" />
          </mxGeometry>
        </mxCell>
        <mxCell id="4Kx2ZGOmUHy-jwn0eLsE-32" edge="1" parent="1" source="4Kx2ZGOmUHy-jwn0eLsE-12" style="endArrow=blockThin;html=1;rounded=0;endFill=1;strokeColor=light-dark(#929090, #ededed);strokeWidth=0.75;dashed=1;entryX=0.25;entryY=0;entryDx=0;entryDy=0;exitX=0.75;exitY=1;exitDx=0;exitDy=0;" target="4Kx2ZGOmUHy-jwn0eLsE-30" value="">
          <mxGeometry height="50" relative="1" width="50" as="geometry">
            <mxPoint x="79" y="1030.25" as="sourcePoint" />
            <mxPoint x="129" y="980.25" as="targetPoint" />
          </mxGeometry>
        </mxCell>
        <mxCell id="4Kx2ZGOmUHy-jwn0eLsE-33" parent="1" style="text;html=1;whiteSpace=wrap;strokeColor=none;fillColor=none;align=center;verticalAlign=middle;rounded=0;fontSize=8;" value="&lt;font face=&quot;Comic Sans MS&quot; style=&quot;background-color: rgb(204, 229, 255);&quot;&gt;CLIP (Contrastive Language-Image Pretraining&lt;/font&gt;" vertex="1">
          <mxGeometry height="20" width="190" x="289" y="996.25" as="geometry" />
        </mxCell>
        <mxCell id="4Kx2ZGOmUHy-jwn0eLsE-34" edge="1" parent="1" source="4Kx2ZGOmUHy-jwn0eLsE-13" style="endArrow=blockThin;html=1;rounded=0;endFill=1;strokeColor=light-dark(#929090, #ededed);strokeWidth=0.75;dashed=1;entryX=0.25;entryY=0;entryDx=0;entryDy=0;exitX=0.5;exitY=1;exitDx=0;exitDy=0;" target="4Kx2ZGOmUHy-jwn0eLsE-33" value="">
          <mxGeometry height="50" relative="1" width="50" as="geometry">
            <mxPoint x="59" y="920.25" as="sourcePoint" />
            <mxPoint x="109" y="870.25" as="targetPoint" />
          </mxGeometry>
        </mxCell>
        <mxCell id="4Kx2ZGOmUHy-jwn0eLsE-35" parent="1" style="text;html=1;whiteSpace=wrap;strokeColor=none;fillColor=none;align=center;verticalAlign=middle;rounded=0;fontSize=8;fontStyle=0" value="&lt;font face=&quot;Comic Sans MS&quot; style=&quot;background-color: rgb(204, 204, 255);&quot;&gt;TF-IDF&lt;/font&gt;" vertex="1">
          <mxGeometry height="30" width="60" x="-131" y="831" as="geometry" />
        </mxCell>
        <mxCell id="4Kx2ZGOmUHy-jwn0eLsE-36" edge="1" parent="1" source="4Kx2ZGOmUHy-jwn0eLsE-17" style="endArrow=blockThin;html=1;rounded=0;endFill=1;strokeColor=light-dark(#929090, #ededed);strokeWidth=0.75;dashed=1;exitX=0;exitY=1;exitDx=0;exitDy=0;entryX=0.75;entryY=0;entryDx=0;entryDy=0;" value="">
          <mxGeometry height="50" relative="1" width="50" as="geometry">
            <mxPoint x="-183" y="870.25" as="sourcePoint" />
            <mxPoint x="-258" y="970.25" as="targetPoint" />
          </mxGeometry>
        </mxCell>
        <mxCell id="V7DRn1bYesRj_FAgbpVT-1" parent="1" style="rounded=1;whiteSpace=wrap;html=1;strokeColor=#808080;fontFamily=Comic Sans MS;strokeWidth=0.75;fontSize=10;" value="Defining the Problem" vertex="1">
          <mxGeometry height="18" width="105" x="947" y="605" as="geometry" />
        </mxCell>
        <mxCell id="V7DRn1bYesRj_FAgbpVT-5" parent="1" style="rounded=1;whiteSpace=wrap;html=1;strokeColor=#808080;fontFamily=Comic Sans MS;strokeWidth=0.75;fontSize=10;" value="Data Collection" vertex="1">
          <mxGeometry height="19" width="77" x="1083" y="604.5" as="geometry" />
        </mxCell>
        <mxCell id="V7DRn1bYesRj_FAgbpVT-7" parent="1" style="rounded=1;whiteSpace=wrap;html=1;strokeColor=#808080;fontFamily=Comic Sans MS;strokeWidth=0.75;fontSize=10;" value="Preparing the Data" vertex="1">
          <mxGeometry height="18" width="105" x="1187" y="604.5" as="geometry" />
        </mxCell>
        <mxCell id="V7DRn1bYesRj_FAgbpVT-8" parent="1" style="rounded=1;whiteSpace=wrap;html=1;strokeColor=#808080;fontFamily=Comic Sans MS;strokeWidth=0.75;fontSize=10;" value="Assigning Appropriate Model" vertex="1">
          <mxGeometry height="19" width="140" x="1152" y="670" as="geometry" />
        </mxCell>
        <mxCell id="V7DRn1bYesRj_FAgbpVT-9" parent="1" style="rounded=1;whiteSpace=wrap;html=1;strokeColor=#808080;fontFamily=Comic Sans MS;strokeWidth=0.75;fontSize=10;" value="Training the Model" vertex="1">
          <mxGeometry height="19" width="97" x="1017" y="670" as="geometry" />
        </mxCell>
        <mxCell id="V7DRn1bYesRj_FAgbpVT-10" parent="1" style="rounded=1;whiteSpace=wrap;html=1;strokeColor=#808080;fontFamily=Comic Sans MS;strokeWidth=0.75;fontSize=10;" value="Evaluating" vertex="1">
          <mxGeometry height="18" width="58" x="936" y="670" as="geometry" />
        </mxCell>
        <mxCell id="V7DRn1bYesRj_FAgbpVT-11" parent="1" style="rounded=1;whiteSpace=wrap;html=1;strokeColor=#808080;fontFamily=Comic Sans MS;strokeWidth=0.75;fontSize=10;" value="Parameter Tuning" vertex="1">
          <mxGeometry height="18" width="98" x="936" y="720" as="geometry" />
        </mxCell>
        <mxCell id="V7DRn1bYesRj_FAgbpVT-12" edge="1" parent="1" source="V7DRn1bYesRj_FAgbpVT-1" style="endArrow=openThin;html=1;rounded=0;strokeWidth=0.75;endFill=0;strokeColor=#666666;entryX=0;entryY=0.5;entryDx=0;entryDy=0;exitX=1;exitY=0.5;exitDx=0;exitDy=0;" target="V7DRn1bYesRj_FAgbpVT-5" value="">
          <mxGeometry height="50" relative="1" width="50" as="geometry">
            <mxPoint x="1021" y="695" as="sourcePoint" />
            <mxPoint x="1071" y="645" as="targetPoint" />
          </mxGeometry>
        </mxCell>
        <mxCell id="V7DRn1bYesRj_FAgbpVT-13" edge="1" parent="1" source="V7DRn1bYesRj_FAgbpVT-5" style="endArrow=openThin;html=1;rounded=0;strokeWidth=0.75;endFill=0;strokeColor=#666666;entryX=0;entryY=0.5;entryDx=0;entryDy=0;exitX=1;exitY=0.5;exitDx=0;exitDy=0;" target="V7DRn1bYesRj_FAgbpVT-7" value="">
          <mxGeometry height="50" relative="1" width="50" as="geometry">
            <mxPoint x="1021" y="695" as="sourcePoint" />
            <mxPoint x="1071" y="645" as="targetPoint" />
          </mxGeometry>
        </mxCell>
        <mxCell id="V7DRn1bYesRj_FAgbpVT-14" edge="1" parent="1" source="V7DRn1bYesRj_FAgbpVT-7" style="endArrow=openThin;html=1;rounded=0;strokeWidth=0.75;endFill=0;strokeColor=#666666;exitX=0.75;exitY=1;exitDx=0;exitDy=0;entryX=0.814;entryY=0;entryDx=0;entryDy=0;entryPerimeter=0;" target="V7DRn1bYesRj_FAgbpVT-8" value="">
          <mxGeometry height="50" relative="1" width="50" as="geometry">
            <mxPoint x="1245" y="652" as="sourcePoint" />
            <mxPoint x="1295" y="602" as="targetPoint" />
          </mxGeometry>
        </mxCell>
        <mxCell id="V7DRn1bYesRj_FAgbpVT-15" edge="1" parent="1" source="V7DRn1bYesRj_FAgbpVT-8" style="endArrow=openThin;html=1;rounded=0;strokeWidth=0.75;endFill=0;strokeColor=#666666;exitX=0;exitY=0.5;exitDx=0;exitDy=0;entryX=1;entryY=0.5;entryDx=0;entryDy=0;" target="V7DRn1bYesRj_FAgbpVT-9" value="">
          <mxGeometry height="50" relative="1" width="50" as="geometry">
            <mxPoint x="1086" y="652" as="sourcePoint" />
            <mxPoint x="1136" y="602" as="targetPoint" />
          </mxGeometry>
        </mxCell>
        <mxCell id="V7DRn1bYesRj_FAgbpVT-16" edge="1" parent="1" source="V7DRn1bYesRj_FAgbpVT-9" style="endArrow=openThin;html=1;rounded=0;strokeWidth=0.75;endFill=0;strokeColor=#666666;exitX=0;exitY=0.5;exitDx=0;exitDy=0;entryX=1;entryY=0.5;entryDx=0;entryDy=0;" target="V7DRn1bYesRj_FAgbpVT-10" value="">
          <mxGeometry height="50" relative="1" width="50" as="geometry">
            <mxPoint x="950" y="652" as="sourcePoint" />
            <mxPoint x="1000" y="602" as="targetPoint" />
          </mxGeometry>
        </mxCell>
        <mxCell id="V7DRn1bYesRj_FAgbpVT-17" edge="1" parent="1" source="V7DRn1bYesRj_FAgbpVT-10" style="endArrow=openThin;html=1;rounded=0;strokeWidth=0.75;endFill=0;strokeColor=#666666;entryX=0.296;entryY=0.028;entryDx=0;entryDy=0;entryPerimeter=0;exitX=0.5;exitY=1;exitDx=0;exitDy=0;" target="V7DRn1bYesRj_FAgbpVT-11" value="">
          <mxGeometry height="50" relative="1" width="50" as="geometry">
            <mxPoint x="911" y="614" as="sourcePoint" />
            <mxPoint x="961" y="564" as="targetPoint" />
          </mxGeometry>
        </mxCell>
        <mxCell id="V7DRn1bYesRj_FAgbpVT-18" parent="1" style="text;html=1;whiteSpace=wrap;strokeColor=none;fillColor=none;align=center;verticalAlign=middle;rounded=0;fontFamily=Comic Sans MS;fontSize=10;" value="&lt;span style=&quot;background-color: rgb(204, 255, 204);&quot;&gt;training data&lt;/span&gt;" vertex="1">
          <mxGeometry height="15" width="60" x="1131" y="641" as="geometry" />
        </mxCell>
        <mxCell id="V7DRn1bYesRj_FAgbpVT-19" parent="1" style="text;html=1;whiteSpace=wrap;strokeColor=none;fillColor=none;align=center;verticalAlign=middle;rounded=0;fontFamily=Comic Sans MS;fontSize=10;" value="&lt;span style=&quot;background-color: rgb(255, 230, 204);&quot;&gt;validation data&lt;/span&gt;" vertex="1">
          <mxGeometry height="15" width="69" x="1188" y="641" as="geometry" />
        </mxCell>
        <mxCell id="V7DRn1bYesRj_FAgbpVT-20" edge="1" parent="1" source="V7DRn1bYesRj_FAgbpVT-7" style="endArrow=blockThin;html=1;rounded=0;strokeColor=#808080;endFill=1;strokeWidth=0.65;exitX=0.5;exitY=1;exitDx=0;exitDy=0;entryX=0.5;entryY=0;entryDx=0;entryDy=0;dashed=1;" target="V7DRn1bYesRj_FAgbpVT-19" value="">
          <mxGeometry height="50" relative="1" width="50" as="geometry">
            <mxPoint x="1105" y="571" as="sourcePoint" />
            <mxPoint x="1080" y="531" as="targetPoint" />
          </mxGeometry>
        </mxCell>
        <mxCell id="V7DRn1bYesRj_FAgbpVT-21" edge="1" parent="1" source="V7DRn1bYesRj_FAgbpVT-7" style="endArrow=blockThin;html=1;rounded=0;strokeColor=#808080;endFill=1;strokeWidth=0.65;exitX=0.5;exitY=1;exitDx=0;exitDy=0;entryX=0.5;entryY=0;entryDx=0;entryDy=0;dashed=1;" target="V7DRn1bYesRj_FAgbpVT-18" value="">
          <mxGeometry height="50" relative="1" width="50" as="geometry">
            <mxPoint x="1105" y="571" as="sourcePoint" />
            <mxPoint x="1080" y="531" as="targetPoint" />
          </mxGeometry>
        </mxCell>
        <mxCell id="V7DRn1bYesRj_FAgbpVT-22" parent="1" style="text;html=1;whiteSpace=wrap;strokeColor=none;fillColor=none;align=center;verticalAlign=middle;rounded=0;fontFamily=Comic Sans MS;fontSize=10;" value="&lt;span style=&quot;background-color: rgb(204, 229, 255);&quot;&gt;Supervised Learning&lt;/span&gt;" vertex="1">
          <mxGeometry height="18" width="100" x="1203" y="711" as="geometry" />
        </mxCell>
        <mxCell id="V7DRn1bYesRj_FAgbpVT-23" parent="1" style="text;html=1;whiteSpace=wrap;strokeColor=none;fillColor=none;align=center;verticalAlign=middle;rounded=0;fontFamily=Comic Sans MS;fontSize=10;" value="&lt;span style=&quot;background-color: rgb(204, 255, 204);&quot;&gt;Unsupervised Learning&lt;/span&gt;" vertex="1">
          <mxGeometry height="21" width="112" x="1203" y="739" as="geometry" />
        </mxCell>
        <mxCell id="V7DRn1bYesRj_FAgbpVT-24" parent="1" style="text;html=1;whiteSpace=wrap;strokeColor=none;fillColor=none;align=center;verticalAlign=middle;rounded=0;fontFamily=Comic Sans MS;fontSize=10;" value="&lt;span style=&quot;background-color: rgb(255, 204, 204);&quot;&gt;Reinforcement Learning&lt;/span&gt;" vertex="1">
          <mxGeometry height="19" width="118" x="1203" y="770" as="geometry" />
        </mxCell>
        <mxCell id="V7DRn1bYesRj_FAgbpVT-25" parent="1" style="text;html=1;whiteSpace=wrap;strokeColor=none;fillColor=none;align=center;verticalAlign=middle;rounded=0;fontFamily=Comic Sans MS;fontSize=10;" value="&lt;span style=&quot;background-color: rgb(255, 255, 204);&quot;&gt;Neural Networks &amp;amp; Deep Learning&lt;/span&gt;" vertex="1">
          <mxGeometry height="18" width="160" x="1203" y="806" as="geometry" />
        </mxCell>
        <mxCell id="V7DRn1bYesRj_FAgbpVT-26" edge="1" parent="1" source="V7DRn1bYesRj_FAgbpVT-8" style="endArrow=blockThin;html=1;rounded=0;strokeColor=#808080;endFill=1;strokeWidth=0.5;exitX=0.25;exitY=1;exitDx=0;exitDy=0;entryX=0;entryY=0.5;entryDx=0;entryDy=0;" target="V7DRn1bYesRj_FAgbpVT-22" value="">
          <mxGeometry height="50" relative="1" width="50" as="geometry">
            <Array as="points">
              <mxPoint x="1187" y="720" />
            </Array>
            <mxPoint x="1169" y="744" as="sourcePoint" />
            <mxPoint x="1273" y="654" as="targetPoint" />
          </mxGeometry>
        </mxCell>
        <mxCell id="V7DRn1bYesRj_FAgbpVT-27" edge="1" parent="1" source="V7DRn1bYesRj_FAgbpVT-8" style="endArrow=blockThin;html=1;rounded=0;strokeColor=#808080;endFill=1;strokeWidth=0.5;entryX=0;entryY=0.5;entryDx=0;entryDy=0;exitX=0.25;exitY=1;exitDx=0;exitDy=0;" target="V7DRn1bYesRj_FAgbpVT-23" value="">
          <mxGeometry height="50" relative="1" width="50" as="geometry">
            <Array as="points">
              <mxPoint x="1187" y="750" />
            </Array>
            <mxPoint x="1186" y="690" as="sourcePoint" />
            <mxPoint x="1260" y="650" as="targetPoint" />
          </mxGeometry>
        </mxCell>
        <mxCell id="V7DRn1bYesRj_FAgbpVT-28" edge="1" parent="1" source="V7DRn1bYesRj_FAgbpVT-8" style="endArrow=blockThin;html=1;rounded=0;strokeColor=#808080;endFill=1;strokeWidth=0.5;exitX=0.25;exitY=1;exitDx=0;exitDy=0;entryX=0;entryY=0.5;entryDx=0;entryDy=0;" target="V7DRn1bYesRj_FAgbpVT-24" value="">
          <mxGeometry height="50" relative="1" width="50" as="geometry">
            <Array as="points">
              <mxPoint x="1187" y="780" />
            </Array>
            <mxPoint x="1176" y="790" as="sourcePoint" />
            <mxPoint x="1280" y="700" as="targetPoint" />
          </mxGeometry>
        </mxCell>
        <mxCell id="V7DRn1bYesRj_FAgbpVT-31" edge="1" parent="1" source="V7DRn1bYesRj_FAgbpVT-8" style="endArrow=blockThin;html=1;rounded=0;strokeColor=#808080;endFill=1;strokeWidth=0.5;exitX=0.25;exitY=1;exitDx=0;exitDy=0;entryX=0;entryY=0.5;entryDx=0;entryDy=0;" target="V7DRn1bYesRj_FAgbpVT-25" value="">
          <mxGeometry height="50" relative="1" width="50" as="geometry">
            <Array as="points">
              <mxPoint x="1187" y="815" />
            </Array>
            <mxPoint x="1136" y="790" as="sourcePoint" />
            <mxPoint x="1240" y="700" as="targetPoint" />
          </mxGeometry>
        </mxCell>
        <mxCell id="V7DRn1bYesRj_FAgbpVT-33" parent="1" style="rounded=0;whiteSpace=wrap;html=1;fontFamily=Comic Sans MS;strokeWidth=0.5;strokeColor=#808080;align=left;verticalAlign=top;fontSize=10;" value="CNN,&amp;nbsp;RNN / LSTM" vertex="1">
          <mxGeometry height="30" width="180" x="1406" y="826" as="geometry" />
        </mxCell>
        <mxCell id="V7DRn1bYesRj_FAgbpVT-35" parent="1" style="rounded=0;whiteSpace=wrap;html=1;fontFamily=Comic Sans MS;strokeWidth=0.5;strokeColor=#808080;align=left;verticalAlign=top;fontSize=10;" value="Q-Learning, Deep Q-Network (DQN)." vertex="1">
          <mxGeometry height="30" width="180" x="1406" y="786" as="geometry" />
        </mxCell>
        <mxCell id="V7DRn1bYesRj_FAgbpVT-36" parent="1" style="rounded=0;whiteSpace=wrap;html=1;fontFamily=Comic Sans MS;strokeWidth=0.5;strokeColor=#808080;align=left;verticalAlign=top;fontSize=10;" value="Clustering :&amp;nbsp;K-Means, DBSCAN&lt;br&gt;Dimensionality Reduction:&amp;nbsp;PCA" vertex="1">
          <mxGeometry height="30" width="180" x="1406" y="739.5" as="geometry" />
        </mxCell>
        <mxCell id="V7DRn1bYesRj_FAgbpVT-37" parent="1" style="rounded=0;whiteSpace=wrap;html=1;fontFamily=Comic Sans MS;strokeWidth=0.5;strokeColor=#808080;align=left;verticalAlign=top;fontSize=10;" value="Regression :&amp;nbsp;Linear Regression&lt;div&gt;Classification : Logistic Regression, Decision Trees, Random Forest,SVM - Support Vector Machine&lt;/div&gt;" vertex="1">
          <mxGeometry height="48" width="220" x="1406" y="679.25" as="geometry" />
        </mxCell>
        <mxCell id="V7DRn1bYesRj_FAgbpVT-39" edge="1" parent="1" source="V7DRn1bYesRj_FAgbpVT-22" style="endArrow=blockThin;html=1;rounded=0;strokeColor=#808080;endFill=1;strokeWidth=0.65;exitX=1;exitY=0.5;exitDx=0;exitDy=0;entryX=0;entryY=0.25;entryDx=0;entryDy=0;dashed=1;" target="V7DRn1bYesRj_FAgbpVT-37" value="">
          <mxGeometry height="50" relative="1" width="50" as="geometry">
            <mxPoint x="1351" y="760" as="sourcePoint" />
            <mxPoint x="1326" y="720" as="targetPoint" />
          </mxGeometry>
        </mxCell>
        <mxCell id="V7DRn1bYesRj_FAgbpVT-40" edge="1" parent="1" source="V7DRn1bYesRj_FAgbpVT-23" style="endArrow=blockThin;html=1;rounded=0;strokeColor=#808080;endFill=1;strokeWidth=0.65;exitX=1;exitY=0.5;exitDx=0;exitDy=0;entryX=0;entryY=0.25;entryDx=0;entryDy=0;dashed=1;" target="V7DRn1bYesRj_FAgbpVT-36" value="">
          <mxGeometry height="50" relative="1" width="50" as="geometry">
            <mxPoint x="1351" y="760" as="sourcePoint" />
            <mxPoint x="1326" y="720" as="targetPoint" />
          </mxGeometry>
        </mxCell>
        <mxCell id="V7DRn1bYesRj_FAgbpVT-41" edge="1" parent="1" source="V7DRn1bYesRj_FAgbpVT-24" style="endArrow=blockThin;html=1;rounded=0;strokeColor=#808080;endFill=1;strokeWidth=0.65;exitX=1;exitY=0.5;exitDx=0;exitDy=0;entryX=0;entryY=0.25;entryDx=0;entryDy=0;dashed=1;" target="V7DRn1bYesRj_FAgbpVT-35" value="">
          <mxGeometry height="50" relative="1" width="50" as="geometry">
            <mxPoint x="1351" y="760" as="sourcePoint" />
            <mxPoint x="1326" y="720" as="targetPoint" />
          </mxGeometry>
        </mxCell>
        <mxCell id="V7DRn1bYesRj_FAgbpVT-42" edge="1" parent="1" source="V7DRn1bYesRj_FAgbpVT-25" style="endArrow=blockThin;html=1;rounded=0;strokeColor=#808080;endFill=1;strokeWidth=0.65;exitX=1;exitY=0.5;exitDx=0;exitDy=0;entryX=0;entryY=0.25;entryDx=0;entryDy=0;dashed=1;" target="V7DRn1bYesRj_FAgbpVT-33" value="">
          <mxGeometry height="50" relative="1" width="50" as="geometry">
            <mxPoint x="1351" y="760" as="sourcePoint" />
            <mxPoint x="1326" y="720" as="targetPoint" />
          </mxGeometry>
        </mxCell>
        <mxCell id="V7DRn1bYesRj_FAgbpVT-44" parent="1" style="rounded=0;whiteSpace=wrap;html=1;fontFamily=Comic Sans MS;strokeWidth=0.5;strokeColor=#808080;align=left;verticalAlign=top;fontSize=10;" value="Feed datasets to the algorithm so it can learn. Continuous training helps the algorithm adjust its weights and improve its predictive capabilities" vertex="1">
          <mxGeometry height="75" width="133" x="1046" y="720" as="geometry" />
        </mxCell>
        <mxCell id="V7DRn1bYesRj_FAgbpVT-45" edge="1" parent="1" source="V7DRn1bYesRj_FAgbpVT-9" style="endArrow=blockThin;html=1;rounded=0;strokeColor=#808080;endFill=1;strokeWidth=0.65;exitX=0.75;exitY=1;exitDx=0;exitDy=0;entryX=0.25;entryY=0;entryDx=0;entryDy=0;dashed=1;" target="V7DRn1bYesRj_FAgbpVT-44" value="">
          <mxGeometry height="50" relative="1" width="50" as="geometry">
            <mxPoint x="1081" y="690" as="sourcePoint" />
            <mxPoint x="1056" y="650" as="targetPoint" />
          </mxGeometry>
        </mxCell>
        <mxCell id="V7DRn1bYesRj_FAgbpVT-46" parent="1" style="rounded=0;whiteSpace=wrap;html=1;fontFamily=Comic Sans MS;strokeWidth=0.5;strokeColor=#808080;align=left;verticalAlign=top;fontSize=10;" value="Adjust the &lt;u&gt;hyperparameters&lt;/u&gt; for optimization, helping the model achieve the highest possible accuracy" vertex="1">
          <mxGeometry height="60" width="130" x="900" y="760" as="geometry" />
        </mxCell>
        <mxCell id="V7DRn1bYesRj_FAgbpVT-47" edge="1" parent="1" source="V7DRn1bYesRj_FAgbpVT-11" style="endArrow=blockThin;html=1;rounded=0;strokeColor=#808080;endFill=1;strokeWidth=0.65;exitX=0.25;exitY=1;exitDx=0;exitDy=0;entryX=0.462;entryY=0.005;entryDx=0;entryDy=0;dashed=1;entryPerimeter=0;" target="V7DRn1bYesRj_FAgbpVT-46" value="">
          <mxGeometry height="50" relative="1" width="50" as="geometry">
            <mxPoint x="1081" y="750" as="sourcePoint" />
            <mxPoint x="961.5" y="760" as="targetPoint" />
          </mxGeometry>
        </mxCell>
        <mxCell id="V7DRn1bYesRj_FAgbpVT-48" parent="1" style="text;html=1;whiteSpace=wrap;strokeColor=none;fillColor=none;align=center;verticalAlign=middle;rounded=0;fontFamily=Comic Sans MS;fontSize=8;" value="&lt;span style=&quot;background-color: rgb(204, 255, 204);&quot;&gt;Input Data&lt;/span&gt;" vertex="1">
          <mxGeometry height="20" width="60" x="916" y="632.25" as="geometry" />
        </mxCell>
        <mxCell id="V7DRn1bYesRj_FAgbpVT-49" parent="1" style="text;html=1;whiteSpace=wrap;strokeColor=none;fillColor=none;align=center;verticalAlign=middle;rounded=0;fontFamily=Comic Sans MS;fontSize=8;" value="&lt;span style=&quot;background-color: rgb(204, 255, 255);&quot;&gt;Problem Statement&lt;/span&gt;" vertex="1">
          <mxGeometry height="20" width="90" x="916" y="621.25" as="geometry" />
        </mxCell>
        <mxCell id="V7DRn1bYesRj_FAgbpVT-50" parent="1" style="text;html=1;whiteSpace=wrap;strokeColor=none;fillColor=none;align=center;verticalAlign=middle;rounded=0;fontFamily=Comic Sans MS;fontSize=8;" value="&lt;span style=&quot;background-color: rgb(255, 230, 204);&quot;&gt;Model Objective / Goal&lt;/span&gt;" vertex="1">
          <mxGeometry height="16.75" width="110.5" x="976.75" y="622.88" as="geometry" />
        </mxCell>
        <mxCell id="V7DRn1bYesRj_FAgbpVT-51" parent="1" style="text;html=1;whiteSpace=wrap;strokeColor=none;fillColor=none;align=center;verticalAlign=middle;rounded=0;fontFamily=Comic Sans MS;fontSize=8;" value="&lt;span style=&quot;background-color: rgb(255, 255, 204);&quot;&gt;Features / Attributes&lt;/span&gt;" vertex="1">
          <mxGeometry height="20" width="100" x="951" y="633" as="geometry" />
        </mxCell>
        <mxCell id="V7DRn1bYesRj_FAgbpVT-52" parent="1" style="text;html=1;whiteSpace=wrap;strokeColor=none;fillColor=none;align=center;verticalAlign=middle;rounded=0;fontFamily=Comic Sans MS;fontSize=8;" value="&lt;span style=&quot;background-color: rgb(255, 204, 230);&quot;&gt;Independent Variables&lt;/span&gt;" vertex="1">
          <mxGeometry height="20" width="100" x="1023" y="633" as="geometry" />
        </mxCell>
        <mxCell id="V7DRn1bYesRj_FAgbpVT-53" parent="1" style="text;html=1;whiteSpace=wrap;strokeColor=none;fillColor=none;align=center;verticalAlign=middle;rounded=0;fontFamily=Comic Sans MS;fontSize=8;" value="&lt;span style=&quot;background-color: rgb(255, 204, 204);&quot;&gt;Target Variable&lt;/span&gt;" vertex="1">
          <mxGeometry height="20" width="60" x="923" y="644" as="geometry" />
        </mxCell>
        <mxCell id="V7DRn1bYesRj_FAgbpVT-54" parent="1" style="text;html=1;whiteSpace=wrap;strokeColor=none;fillColor=none;align=center;verticalAlign=middle;rounded=0;fontFamily=Comic Sans MS;fontSize=8;" value="&lt;span style=&quot;background-color: rgb(204, 255, 204);&quot;&gt;Label&lt;/span&gt;" vertex="1">
          <mxGeometry height="12" width="25" x="976.75" y="648" as="geometry" />
        </mxCell>
        <mxCell id="V7DRn1bYesRj_FAgbpVT-55" parent="1" style="text;html=1;whiteSpace=wrap;strokeColor=none;fillColor=none;align=center;verticalAlign=middle;rounded=0;fontFamily=Comic Sans MS;fontSize=8;" value="&lt;span style=&quot;background-color: rgb(204, 204, 255);&quot;&gt;Expected Output&lt;/span&gt;" vertex="1">
          <mxGeometry height="15" width="65" x="995.5" y="646.5" as="geometry" />
        </mxCell>
        <mxCell id="V7DRn1bYesRj_FAgbpVT-56" parent="1" style="text;html=1;whiteSpace=wrap;strokeColor=none;fillColor=none;align=center;verticalAlign=middle;rounded=0;fontFamily=Comic Sans MS;fontSize=8;" value="&lt;span style=&quot;background-color: rgb(204, 255, 255);&quot;&gt;Dependent Variable&lt;/span&gt;" vertex="1">
          <mxGeometry height="18" width="75" x="1051" y="645" as="geometry" />
        </mxCell>
        <mxCell id="V7DRn1bYesRj_FAgbpVT-57" parent="1" style="text;html=1;whiteSpace=wrap;strokeColor=none;fillColor=none;align=center;verticalAlign=middle;rounded=0;fontFamily=Comic Sans MS;fontSize=8;" value="&lt;span style=&quot;background-color: rgb(204, 255, 204);&quot;&gt;Model artifact&lt;/span&gt;" vertex="1">
          <mxGeometry height="15" width="60" x="1066" y="623.75" as="geometry" />
        </mxCell>
        <mxCell id="V7DRn1bYesRj_FAgbpVT-58" parent="1" style="text;html=1;whiteSpace=wrap;strokeColor=none;fillColor=none;align=center;verticalAlign=middle;rounded=0;fontSize=10;" value="&lt;font face=&quot;Comic Sans MS&quot; style=&quot;background-color: rgb(204, 204, 255);&quot;&gt;Inference&lt;/font&gt;" vertex="1">
          <mxGeometry height="13.5" width="50" x="773" y="575" as="geometry" />
        </mxCell>
        <mxCell id="V7DRn1bYesRj_FAgbpVT-59" edge="1" parent="1" style="edgeStyle=orthogonalEdgeStyle;rounded=0;orthogonalLoop=1;jettySize=auto;html=1;innerLoopWaypoints=1;exitX=0.5;exitY=1;exitDx=0;exitDy=0;">
          <mxGeometry relative="1" as="geometry">
            <mxPoint x="309" y="692" as="sourcePoint" />
            <mxPoint x="309" y="692" as="targetPoint" />
          </mxGeometry>
        </mxCell>
        <mxCell id="RreDaSVfhYIk49Yz23y1-1" parent="1" style="text;html=1;whiteSpace=wrap;strokeColor=none;fillColor=none;align=center;verticalAlign=middle;rounded=0;fontFamily=Comic Sans MS;fontSize=10;" value="&lt;span style=&quot;background-color: rgb(204, 255, 255);&quot;&gt;&lt;span&gt;Vector &lt;/span&gt;&lt;span&gt;DB&lt;/span&gt;&lt;/span&gt;" vertex="1">
          <mxGeometry height="18.75" width="47.5" x="683.75" y="613.5" as="geometry" />
        </mxCell>
        <mxCell id="RreDaSVfhYIk49Yz23y1-2" parent="1" style="rounded=0;whiteSpace=wrap;html=1;fontFamily=Comic Sans MS;strokeWidth=0.5;strokeColor=#808080;align=center;verticalAlign=top;fontSize=10;dashed=1;" value="&lt;u&gt;common technology&lt;/u&gt;&lt;div&gt;&lt;br&gt;&lt;/div&gt;" vertex="1">
          <mxGeometry height="138" width="160" x="-63" y="503" as="geometry" />
        </mxCell>
        <mxCell id="RreDaSVfhYIk49Yz23y1-3" parent="1" style="rounded=1;whiteSpace=wrap;html=1;strokeColor=#808080;fontFamily=Comic Sans MS;strokeWidth=0.75;fontSize=10;" value="" vertex="1">
          <mxGeometry height="62" width="30" x="625" y="698" as="geometry" />
        </mxCell>
        <mxCell id="RreDaSVfhYIk49Yz23y1-4" parent="1" style="rounded=1;whiteSpace=wrap;html=1;strokeColor=#808080;fontFamily=Comic Sans MS;strokeWidth=0.75;fontSize=10;" value="" vertex="1">
          <mxGeometry height="10" width="25" x="627.5" y="701" as="geometry" />
        </mxCell>
        <mxCell id="RreDaSVfhYIk49Yz23y1-5" parent="1" style="rounded=1;whiteSpace=wrap;html=1;strokeColor=#808080;fontFamily=Comic Sans MS;strokeWidth=0.75;fontSize=10;" value="" vertex="1">
          <mxGeometry height="10" width="25" x="627.5" y="715" as="geometry" />
        </mxCell>
        <mxCell id="RreDaSVfhYIk49Yz23y1-6" parent="1" style="rounded=1;whiteSpace=wrap;html=1;strokeColor=#808080;fontFamily=Comic Sans MS;strokeWidth=0.75;fontSize=10;" value="" vertex="1">
          <mxGeometry height="10" width="25" x="627.5" y="729.5" as="geometry" />
        </mxCell>
        <mxCell id="RreDaSVfhYIk49Yz23y1-7" parent="1" style="rounded=1;whiteSpace=wrap;html=1;strokeColor=#808080;fontFamily=Comic Sans MS;strokeWidth=0.75;fontSize=10;fontStyle=1" value="" vertex="1">
          <mxGeometry height="10" width="25" x="627.5" y="744.5" as="geometry" />
        </mxCell>
        <mxCell id="RreDaSVfhYIk49Yz23y1-8" parent="1" style="rounded=0;whiteSpace=wrap;html=1;fontFamily=Comic Sans MS;strokeWidth=0.5;strokeColor=#808080;align=left;verticalAlign=top;fontSize=10;" value="specialized systems designed to store, index, and retrieve high-dimensional vectors ( use as embeddings)&lt;div&gt;-&amp;nbsp;managing unstructured data&lt;/div&gt;&lt;div&gt;- similarity Search&lt;br&gt;- aim : understanding relationships between items is crucial, enable :&amp;nbsp;&lt;br&gt;&lt;span style=&quot;white-space: pre;&quot;&gt;&#x9;&lt;/span&gt;+&amp;nbsp;semantic search&lt;br&gt;&lt;/div&gt;&lt;div&gt;&lt;span style=&quot;white-space: pre;&quot;&gt;&#x9;&lt;/span&gt;+&amp;nbsp;recommendation systems&lt;br&gt;&lt;span style=&quot;white-space: pre;&quot;&gt;&#x9;&lt;/span&gt;+&amp;nbsp;content discovery&lt;br&gt;&lt;/div&gt;&lt;div&gt;- index&amp;nbsp;techniques :&amp;nbsp;approximate nearest neighbor (ANN)&lt;/div&gt;" vertex="1">
          <mxGeometry height="120" width="300" x="490" y="769.5" as="geometry" />
        </mxCell>
        <mxCell id="RreDaSVfhYIk49Yz23y1-10" edge="1" parent="1" source="RreDaSVfhYIk49Yz23y1-1" style="endArrow=blockThin;html=1;rounded=0;strokeColor=#808080;endFill=1;strokeWidth=0.65;exitX=0.5;exitY=1;exitDx=0;exitDy=0;entryX=0.75;entryY=0;entryDx=0;entryDy=0;dashed=1;" target="RreDaSVfhYIk49Yz23y1-3" value="">
          <mxGeometry height="50" relative="1" width="50" as="geometry">
            <mxPoint x="605" y="670" as="sourcePoint" />
            <mxPoint x="580" y="630" as="targetPoint" />
          </mxGeometry>
        </mxCell>
-         <mxCell id="RreDaSVfhYIk49Yz23y1-13" parent="1" style="text;html=1;whiteSpace=wrap;strokeColor=none;fillColor=none;align=center;verticalAlign=middle;rounded=0;fontFamily=Comic Sans MS;fontSize=10;" value="&lt;span style=&quot;background-color: rgb(255, 204, 255);&quot;&gt;Vector Search Workflow&lt;/span&gt;" vertex="1">
-           <mxGeometry height="30" width="110" x="480" y="920" as="geometry" />
+         <mxCell id="RreDaSVfhYIk49Yz23y1-13" parent="1" style="text;html=1;whiteSpace=wrap;strokeColor=none;fillColor=none;align=left;verticalAlign=middle;rounded=0;fontFamily=Comic Sans MS;fontSize=10;" value="&lt;span style=&quot;background-color: rgb(255, 204, 255);&quot;&gt;Vector Search Workflow&lt;/span&gt;" vertex="1">
+           <mxGeometry height="30" width="110" x="498" y="920" as="geometry" />
        </mxCell>
        <mxCell id="RreDaSVfhYIk49Yz23y1-15" parent="1" style="rounded=1;whiteSpace=wrap;html=1;strokeColor=#808080;fontFamily=Comic Sans MS;strokeWidth=0.75;fontSize=10;" value="embedding" vertex="1">
          <mxGeometry height="20" width="50" x="520" y="1000.25" as="geometry" />
        </mxCell>
        <mxCell id="RreDaSVfhYIk49Yz23y1-16" parent="1" style="rounded=1;whiteSpace=wrap;html=1;strokeColor=#808080;fontFamily=Comic Sans MS;strokeWidth=0.75;fontSize=10;" value="vectorize" vertex="1">
          <mxGeometry height="20" width="60" x="520" y="1049.25" as="geometry" />
        </mxCell>
        <mxCell id="RreDaSVfhYIk49Yz23y1-17" parent="1" style="rounded=1;whiteSpace=wrap;html=1;strokeColor=#808080;fontFamily=Comic Sans MS;strokeWidth=0.75;fontSize=10;" value="return result" vertex="1">
          <mxGeometry height="20" width="60" x="520" y="1100" as="geometry" />
        </mxCell>
        <mxCell id="RreDaSVfhYIk49Yz23y1-18" parent="1" style="rounded=1;whiteSpace=wrap;html=1;strokeColor=#808080;fontFamily=Comic Sans MS;strokeWidth=0.75;fontSize=10;" value="user&#39;s input" vertex="1">
          <mxGeometry height="20" width="50" x="520" y="960.25" as="geometry" />
        </mxCell>
        <mxCell id="RreDaSVfhYIk49Yz23y1-22" edge="1" parent="1" source="RreDaSVfhYIk49Yz23y1-18" style="endArrow=blockThin;html=1;rounded=0;strokeColor=#808080;endFill=1;strokeWidth=0.5;exitX=0;exitY=0.5;exitDx=0;exitDy=0;entryX=0;entryY=0.25;entryDx=0;entryDy=0;" target="RreDaSVfhYIk49Yz23y1-15" value="">
          <mxGeometry height="50" relative="1" width="50" as="geometry">
            <Array as="points">
              <mxPoint x="500" y="970" />
              <mxPoint x="500" y="1005.25" />
            </Array>
            <mxPoint x="510" y="1090" as="sourcePoint" />
            <mxPoint x="614" y="1000" as="targetPoint" />
          </mxGeometry>
        </mxCell>
        <mxCell id="RreDaSVfhYIk49Yz23y1-23" edge="1" parent="1" style="endArrow=blockThin;html=1;rounded=0;strokeColor=#808080;endFill=1;strokeWidth=0.5;exitX=0;exitY=0.5;exitDx=0;exitDy=0;entryX=0;entryY=0.25;entryDx=0;entryDy=0;" target="RreDaSVfhYIk49Yz23y1-16" value="">
          <mxGeometry height="50" relative="1" width="50" as="geometry">
            <Array as="points">
              <mxPoint x="500" y="1014" />
              <mxPoint x="500" y="1054.25" />
            </Array>
            <mxPoint x="520" y="1014" as="sourcePoint" />
            <mxPoint x="520" y="1049" as="targetPoint" />
          </mxGeometry>
        </mxCell>
        <mxCell id="RreDaSVfhYIk49Yz23y1-24" edge="1" parent="1" style="endArrow=blockThin;html=1;rounded=0;strokeColor=#808080;endFill=1;strokeWidth=0.5;exitX=0;exitY=0.5;exitDx=0;exitDy=0;entryX=0;entryY=0.25;entryDx=0;entryDy=0;" target="RreDaSVfhYIk49Yz23y1-17" value="">
          <mxGeometry height="50" relative="1" width="50" as="geometry">
            <Array as="points">
              <mxPoint x="500" y="1060" />
              <mxPoint x="500" y="1105" />
            </Array>
            <mxPoint x="520" y="1060" as="sourcePoint" />
            <mxPoint x="520" y="1095" as="targetPoint" />
          </mxGeometry>
+         </mxCell>
+         <mxCell id="RreDaSVfhYIk49Yz23y1-25" parent="1" style="text;html=1;whiteSpace=wrap;strokeColor=none;fillColor=none;align=left;verticalAlign=middle;rounded=0;fontFamily=Comic Sans MS;fontSize=10;" value="by the same ML model embedding data set" vertex="1">
+           <mxGeometry height="30" width="110" x="590" y="995.25" as="geometry" />
+         </mxCell>
+         <mxCell id="RreDaSVfhYIk49Yz23y1-26" parent="1" style="text;html=1;whiteSpace=wrap;strokeColor=none;fillColor=none;align=left;verticalAlign=middle;rounded=0;fontFamily=Comic Sans MS;fontSize=10;" value="queried with this embedding, and returns a set of the most similar vector embeddings to the provided query" vertex="1">
+           <mxGeometry height="30" width="180" x="590" y="1044.25" as="geometry" />
+         </mxCell>
+         <mxCell id="RreDaSVfhYIk49Yz23y1-27" parent="1" style="text;html=1;whiteSpace=wrap;strokeColor=none;fillColor=none;align=left;verticalAlign=middle;rounded=0;fontFamily=Comic Sans MS;fontSize=10;" value="returned embeddings are used to retrieve the original source objects from dedicated storage (for example, R2, KV, and D1)" vertex="1">
+           <mxGeometry height="40" width="200" x="600" y="1090" as="geometry" />
        </mxCell>
      </root>
    </mxGraphModel>
  </diagram>
</mxfile>
